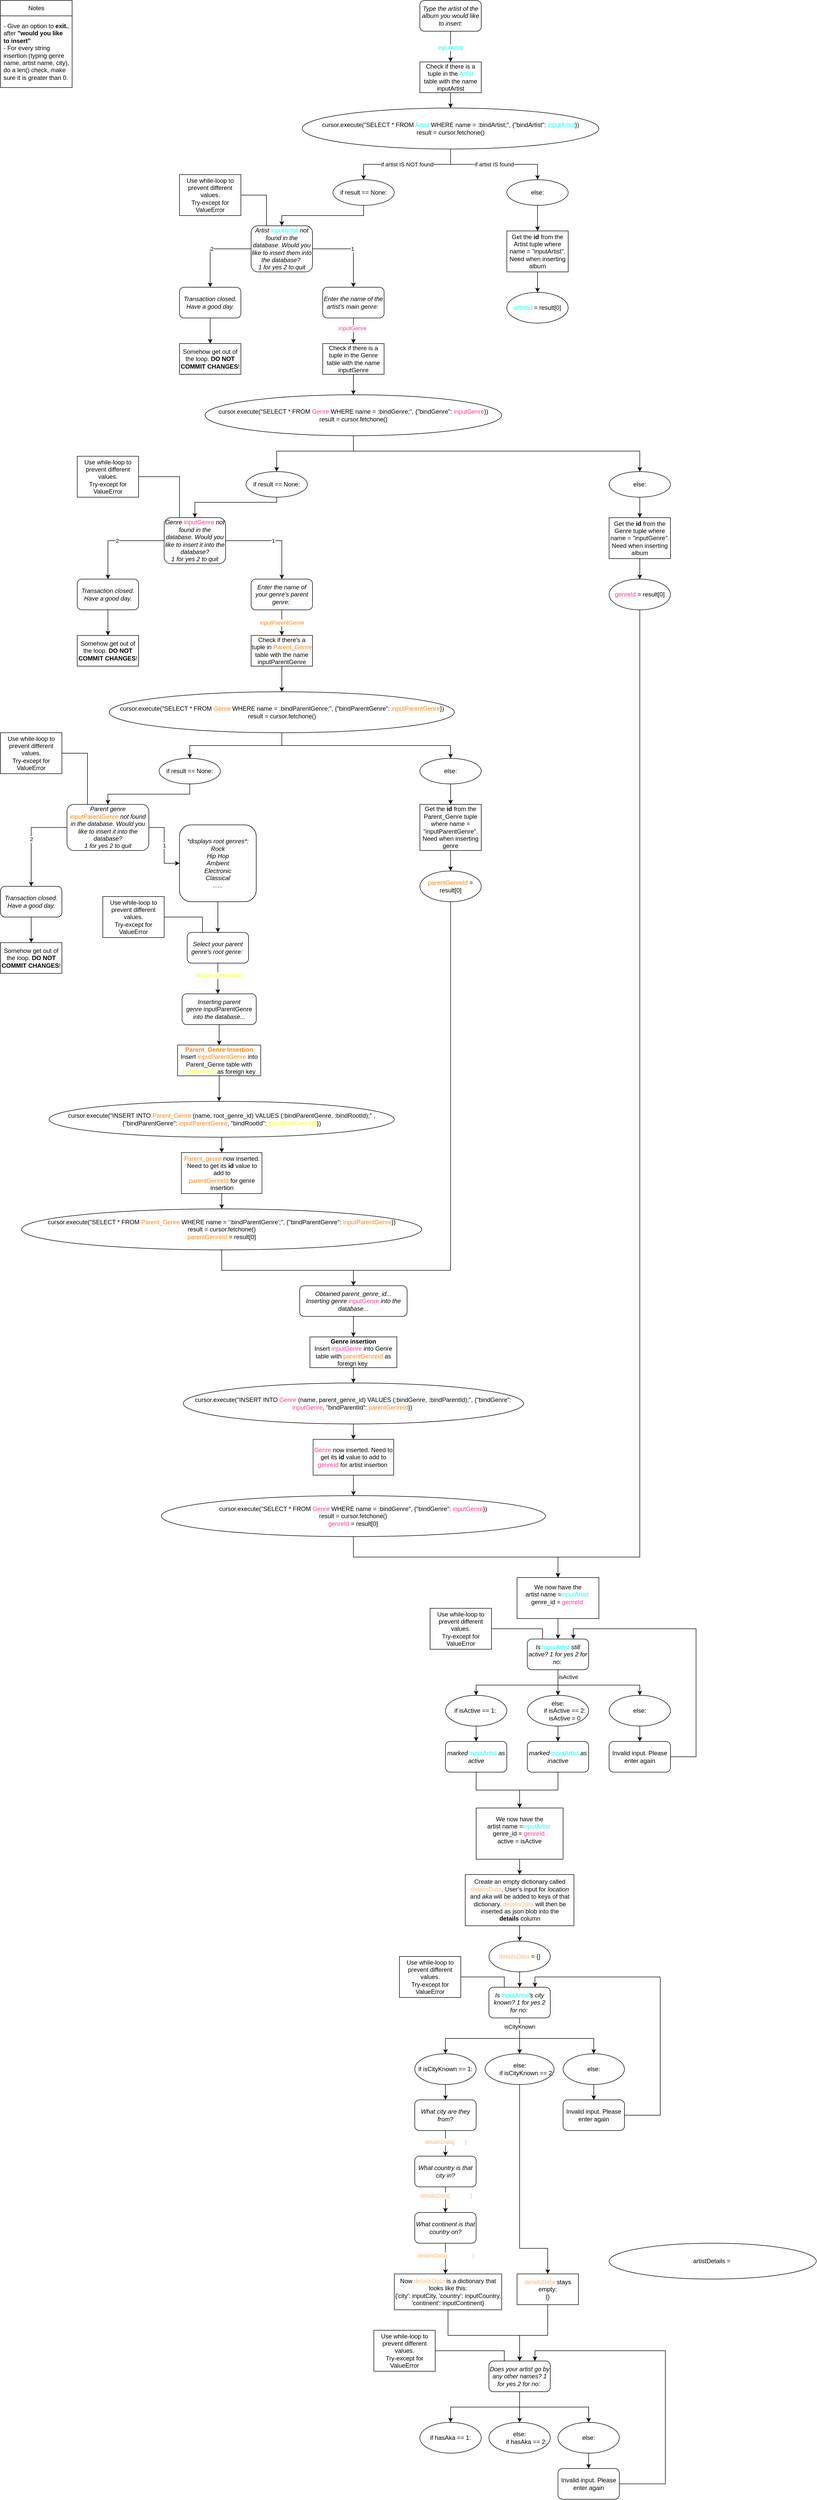
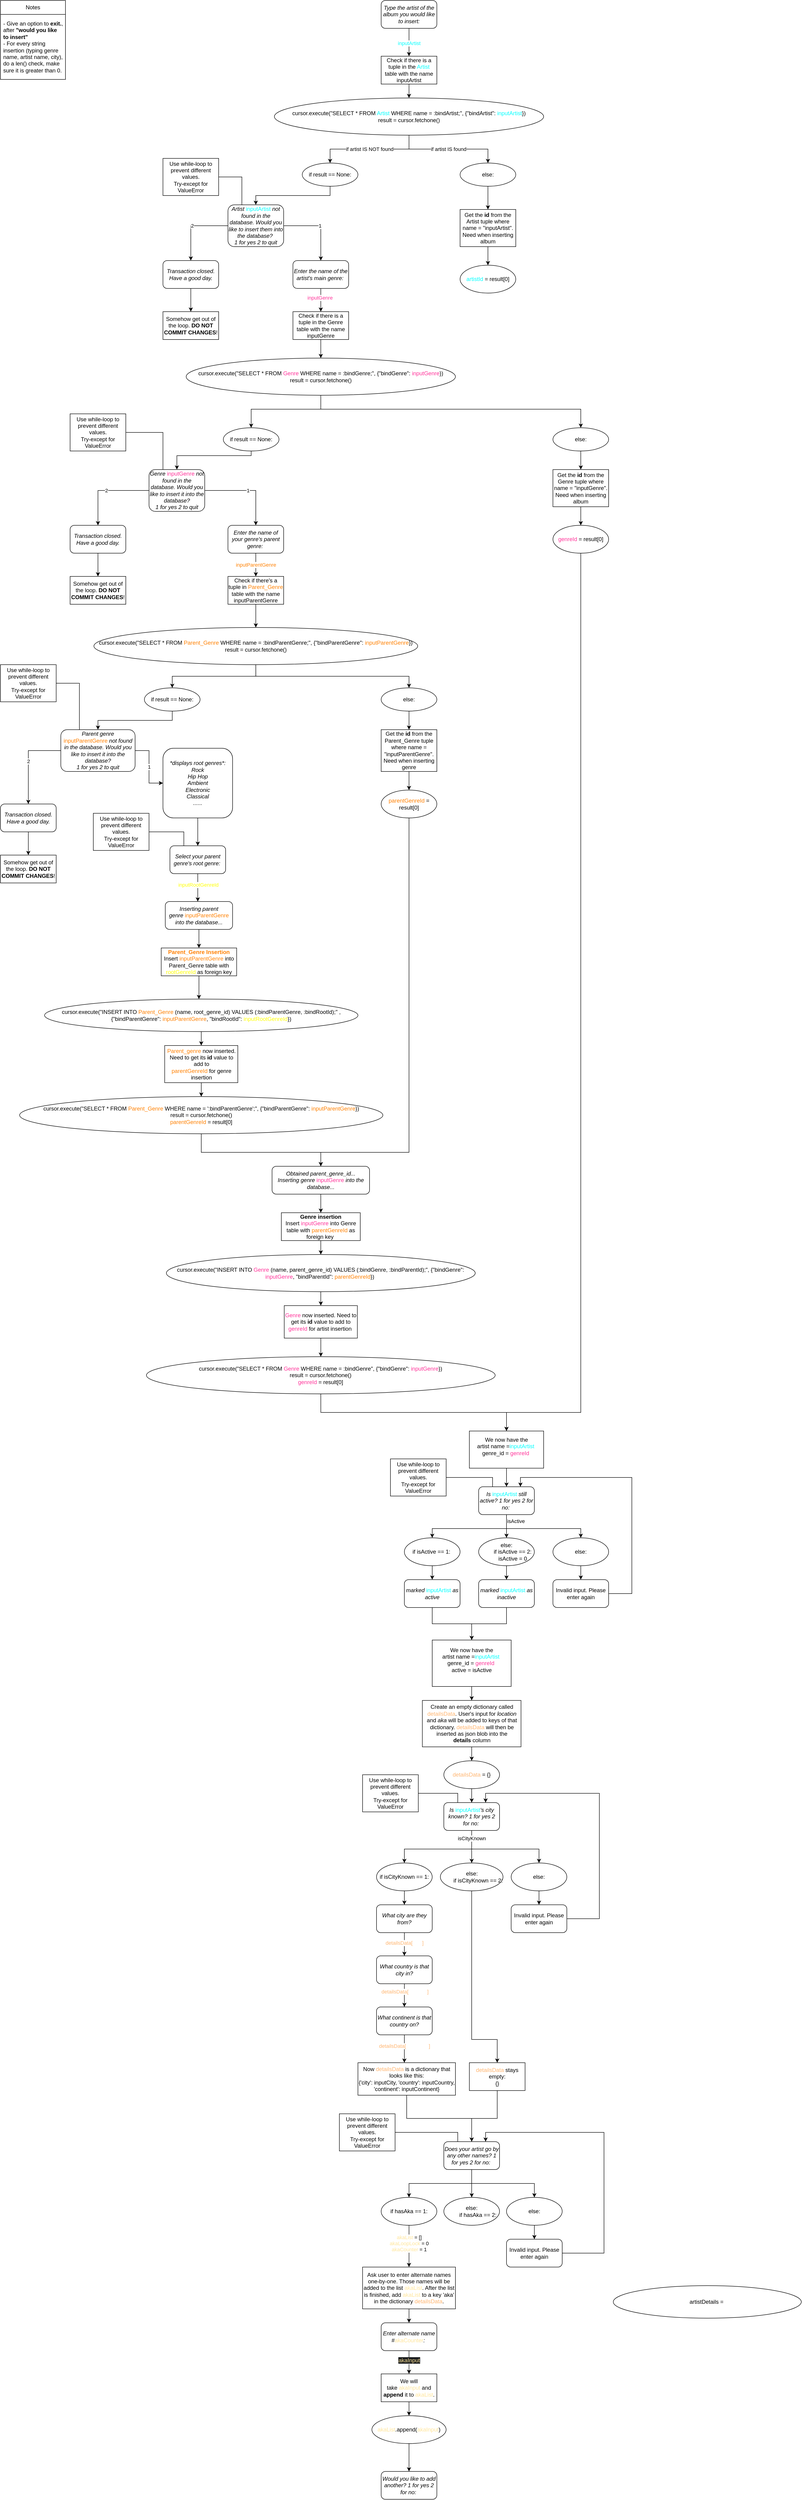
<mxfile host="Electron" agent="Mozilla/5.0 (Windows NT 10.0; Win64; x64) AppleWebKit/537.36 (KHTML, like Gecko) draw.io/29.3.6 Chrome/140.0.7339.249 Electron/38.8.0 Safari/537.36" version="29.3.6">
  <diagram name="Page-1" id="9aSEr8HFCkBT2hAoJ8n_">
-     <mxGraphModel dx="1240" dy="793" grid="1" gridSize="10" guides="1" tooltips="1" connect="1" arrows="1" fold="1" page="1" pageScale="1" pageWidth="3000" pageHeight="8000" math="0" shadow="0">
+     <mxGraphModel dx="1188" dy="701" grid="1" gridSize="10" guides="1" tooltips="1" connect="1" arrows="1" fold="1" page="1" pageScale="1" pageWidth="3000" pageHeight="8000" math="0" shadow="0">
      <root>
        <mxCell id="0" />
        <mxCell id="1" parent="0" />
        <mxCell id="xgELYtRN8pwQXO-F7E_u-6" edge="1" parent="1" style="edgeStyle=orthogonalEdgeStyle;rounded=0;orthogonalLoop=1;jettySize=auto;html=1;entryX=0.5;entryY=0;entryDx=0;entryDy=0;">
          <mxGeometry relative="1" as="geometry">
            <mxPoint x="990" y="90" as="sourcePoint" />
            <mxPoint x="990" y="150" as="targetPoint" />
          </mxGeometry>
        </mxCell>
        <mxCell id="xgELYtRN8pwQXO-F7E_u-7" connectable="0" parent="xgELYtRN8pwQXO-F7E_u-6" style="edgeLabel;html=1;align=center;verticalAlign=middle;resizable=0;points=[];" value="&lt;font style=&quot;color: rgb(0, 255, 255);&quot;&gt;inputArtist&lt;/font&gt;" vertex="1">
          <mxGeometry relative="1" x="0.06" as="geometry">
            <mxPoint as="offset" />
          </mxGeometry>
        </mxCell>
        <mxCell id="xgELYtRN8pwQXO-F7E_u-23" edge="1" parent="1" source="xgELYtRN8pwQXO-F7E_u-3" style="edgeStyle=orthogonalEdgeStyle;rounded=0;orthogonalLoop=1;jettySize=auto;html=1;entryX=0.5;entryY=0;entryDx=0;entryDy=0;" target="xgELYtRN8pwQXO-F7E_u-21">
          <mxGeometry relative="1" as="geometry" />
        </mxCell>
        <mxCell id="xgELYtRN8pwQXO-F7E_u-3" parent="1" style="rounded=0;whiteSpace=wrap;html=1;" value="Get the &lt;b style=&quot;&quot;&gt;id&lt;/b&gt;&amp;nbsp;from the Artist tuple where name = &quot;inputArtist&quot;. Need when inserting album" vertex="1">
          <mxGeometry height="80" width="120" x="1100" y="480" as="geometry" />
        </mxCell>
        <mxCell id="xgELYtRN8pwQXO-F7E_u-10" edge="1" parent="1" style="edgeStyle=orthogonalEdgeStyle;rounded=0;orthogonalLoop=1;jettySize=auto;html=1;entryX=0.5;entryY=0;entryDx=0;entryDy=0;" target="xgELYtRN8pwQXO-F7E_u-9">
          <mxGeometry relative="1" as="geometry">
            <mxPoint x="990" y="210" as="sourcePoint" />
          </mxGeometry>
        </mxCell>
        <mxCell id="xgELYtRN8pwQXO-F7E_u-18" edge="1" parent="1" source="xgELYtRN8pwQXO-F7E_u-9" style="edgeStyle=orthogonalEdgeStyle;rounded=0;orthogonalLoop=1;jettySize=auto;html=1;entryX=0.5;entryY=0;entryDx=0;entryDy=0;" target="xgELYtRN8pwQXO-F7E_u-16" value="if artist IS NOT found">
          <mxGeometry relative="1" as="geometry">
            <mxPoint as="offset" />
          </mxGeometry>
        </mxCell>
        <mxCell id="xgELYtRN8pwQXO-F7E_u-19" edge="1" parent="1" source="xgELYtRN8pwQXO-F7E_u-9" style="edgeStyle=orthogonalEdgeStyle;rounded=0;orthogonalLoop=1;jettySize=auto;html=1;entryX=0.5;entryY=0;entryDx=0;entryDy=0;" target="xgELYtRN8pwQXO-F7E_u-17" value="if artist IS found">
          <mxGeometry relative="1" as="geometry" />
        </mxCell>
        <mxCell id="xgELYtRN8pwQXO-F7E_u-9" parent="1" style="ellipse;whiteSpace=wrap;html=1;" value="cursor.execute(&quot;SELECT * FROM &lt;font style=&quot;color: rgb(0, 255, 255);&quot;&gt;Artist &lt;/font&gt;WHERE name = :bindArtist;&quot;, {&quot;bindArtist&quot;: &lt;font style=&quot;color: rgb(0, 255, 255);&quot;&gt;inputArtist&lt;/font&gt;})&lt;div&gt;result = cursor.fetchone()&lt;/div&gt;" vertex="1">
          <mxGeometry height="80" width="580" x="700" y="240" as="geometry" />
        </mxCell>
        <mxCell id="xgELYtRN8pwQXO-F7E_u-33" edge="1" parent="1" source="xgELYtRN8pwQXO-F7E_u-16" style="edgeStyle=orthogonalEdgeStyle;rounded=0;orthogonalLoop=1;jettySize=auto;html=1;" target="xgELYtRN8pwQXO-F7E_u-32">
          <mxGeometry relative="1" as="geometry">
            <Array as="points">
              <mxPoint x="820" y="450" />
              <mxPoint x="660" y="450" />
            </Array>
          </mxGeometry>
        </mxCell>
        <mxCell id="xgELYtRN8pwQXO-F7E_u-16" parent="1" style="ellipse;whiteSpace=wrap;html=1;" value="if result == None:" vertex="1">
          <mxGeometry height="50" width="120" x="760" y="380" as="geometry" />
        </mxCell>
        <mxCell id="xgELYtRN8pwQXO-F7E_u-22" edge="1" parent="1" source="xgELYtRN8pwQXO-F7E_u-17" style="edgeStyle=orthogonalEdgeStyle;rounded=0;orthogonalLoop=1;jettySize=auto;html=1;entryX=0.5;entryY=0;entryDx=0;entryDy=0;" target="xgELYtRN8pwQXO-F7E_u-3">
          <mxGeometry relative="1" as="geometry" />
        </mxCell>
        <mxCell id="xgELYtRN8pwQXO-F7E_u-17" parent="1" style="ellipse;whiteSpace=wrap;html=1;" value="else:" vertex="1">
          <mxGeometry height="50" width="120" x="1100" y="380" as="geometry" />
        </mxCell>
        <mxCell id="xgELYtRN8pwQXO-F7E_u-21" parent="1" style="ellipse;whiteSpace=wrap;html=1;" value="&lt;font style=&quot;color: rgb(0, 255, 255);&quot;&gt;artistId &lt;/font&gt;= result[0]" vertex="1">
          <mxGeometry height="60" width="120" x="1100" y="600" as="geometry" />
        </mxCell>
        <mxCell id="xgELYtRN8pwQXO-F7E_u-26" parent="1" style="swimlane;fontStyle=0;childLayout=stackLayout;horizontal=1;startSize=30;horizontalStack=0;resizeParent=1;resizeParentMax=0;resizeLast=0;collapsible=1;marginBottom=0;whiteSpace=wrap;html=1;" value="Notes" vertex="1">
          <mxGeometry height="170" width="140" x="110" y="30" as="geometry">
            <mxRectangle height="30" width="70" x="350" y="50" as="alternateBounds" />
          </mxGeometry>
        </mxCell>
        <mxCell id="xgELYtRN8pwQXO-F7E_u-27" parent="xgELYtRN8pwQXO-F7E_u-26" style="text;strokeColor=none;fillColor=none;align=left;verticalAlign=middle;spacingLeft=4;spacingRight=4;overflow=hidden;points=[[0,0.5],[1,0.5]];portConstraint=eastwest;rotatable=0;whiteSpace=wrap;html=1;" value="- Give an option to &lt;b&gt;exit.&lt;/b&gt;, after &lt;b&gt;&quot;would you like to insert&quot;&lt;/b&gt;&lt;div&gt;- For every string insertion (typing genre name, artist name, city), do a len() check, make sure it is greater than 0.&lt;/div&gt;" vertex="1">
          <mxGeometry height="140" width="140" y="30" as="geometry" />
        </mxCell>
        <mxCell id="xgELYtRN8pwQXO-F7E_u-30" parent="1" style="rounded=0;whiteSpace=wrap;html=1;" value="Check if there is a tuple in the &lt;font style=&quot;color: rgb(0, 255, 255);&quot;&gt;Artist &lt;/font&gt;table with the name inputArtist" vertex="1">
          <mxGeometry height="60" width="120" x="930" y="150" as="geometry" />
        </mxCell>
        <mxCell id="xgELYtRN8pwQXO-F7E_u-31" parent="1" style="rounded=1;whiteSpace=wrap;html=1;" value="&lt;i&gt;Type the artist of the album you would like to insert:&lt;/i&gt;" vertex="1">
          <mxGeometry height="60" width="120" x="930" y="30" as="geometry" />
        </mxCell>
        <mxCell id="xgELYtRN8pwQXO-F7E_u-37" edge="1" parent="1" source="xgELYtRN8pwQXO-F7E_u-32" style="edgeStyle=orthogonalEdgeStyle;rounded=0;orthogonalLoop=1;jettySize=auto;html=1;" target="xgELYtRN8pwQXO-F7E_u-36" value="2">
          <mxGeometry relative="1" as="geometry" />
        </mxCell>
        <mxCell id="xgELYtRN8pwQXO-F7E_u-44" edge="1" parent="1" source="xgELYtRN8pwQXO-F7E_u-32" style="edgeStyle=orthogonalEdgeStyle;rounded=0;orthogonalLoop=1;jettySize=auto;html=1;entryX=0.5;entryY=0;entryDx=0;entryDy=0;" target="xgELYtRN8pwQXO-F7E_u-43" value="1">
          <mxGeometry relative="1" as="geometry" />
        </mxCell>
        <mxCell id="xgELYtRN8pwQXO-F7E_u-32" parent="1" style="rounded=1;whiteSpace=wrap;html=1;" value="&lt;i&gt;Artist &lt;/i&gt;&lt;font style=&quot;color: rgb(0, 255, 255);&quot;&gt;inputArtist&lt;/font&gt;&lt;i&gt;&lt;font style=&quot;color: rgb(0, 255, 255);&quot;&gt;&amp;nbsp;&lt;/font&gt;not found in the database. Would you like to insert them into the database?&amp;nbsp;&lt;/i&gt;&lt;div&gt;&lt;i&gt;1 for yes 2 to quit&lt;/i&gt;&lt;/div&gt;" vertex="1">
          <mxGeometry height="90" width="120" x="600" y="470" as="geometry" />
        </mxCell>
        <mxCell id="xgELYtRN8pwQXO-F7E_u-42" edge="1" parent="1" source="xgELYtRN8pwQXO-F7E_u-36" style="edgeStyle=orthogonalEdgeStyle;rounded=0;orthogonalLoop=1;jettySize=auto;html=1;entryX=0.5;entryY=0;entryDx=0;entryDy=0;" target="xgELYtRN8pwQXO-F7E_u-41">
          <mxGeometry relative="1" as="geometry" />
        </mxCell>
        <mxCell id="xgELYtRN8pwQXO-F7E_u-36" parent="1" style="rounded=1;whiteSpace=wrap;html=1;" value="&lt;i&gt;Transaction closed. Have a good day.&lt;/i&gt;" vertex="1">
          <mxGeometry height="60" width="120" x="460" y="590" as="geometry" />
        </mxCell>
        <mxCell id="xgELYtRN8pwQXO-F7E_u-40" edge="1" parent="1" source="xgELYtRN8pwQXO-F7E_u-39" style="edgeStyle=orthogonalEdgeStyle;rounded=0;orthogonalLoop=1;jettySize=auto;html=1;entryX=0.25;entryY=0;entryDx=0;entryDy=0;endArrow=none;endFill=0;" target="xgELYtRN8pwQXO-F7E_u-32">
          <mxGeometry relative="1" as="geometry" />
        </mxCell>
        <mxCell id="xgELYtRN8pwQXO-F7E_u-39" parent="1" style="rounded=0;whiteSpace=wrap;html=1;" value="Use while-loop to prevent different values.&lt;div&gt;Try-except for ValueError&lt;/div&gt;" vertex="1">
          <mxGeometry height="80" width="120" x="460" y="370" as="geometry" />
        </mxCell>
        <mxCell id="xgELYtRN8pwQXO-F7E_u-41" parent="1" style="rounded=0;whiteSpace=wrap;html=1;" value="Somehow get out of the loop. &lt;b&gt;DO NOT COMMIT&lt;/b&gt;&amp;nbsp;&lt;b&gt;CHANGES&lt;/b&gt;!" vertex="1">
          <mxGeometry height="60" width="120" x="460" y="700" as="geometry" />
        </mxCell>
        <mxCell id="xgELYtRN8pwQXO-F7E_u-46" edge="1" parent="1" source="xgELYtRN8pwQXO-F7E_u-43" style="edgeStyle=orthogonalEdgeStyle;rounded=0;orthogonalLoop=1;jettySize=auto;html=1;entryX=0.5;entryY=0;entryDx=0;entryDy=0;" target="xgELYtRN8pwQXO-F7E_u-45">
          <mxGeometry relative="1" as="geometry" />
        </mxCell>
        <mxCell id="xgELYtRN8pwQXO-F7E_u-47" connectable="0" parent="xgELYtRN8pwQXO-F7E_u-46" style="edgeLabel;html=1;align=center;verticalAlign=middle;resizable=0;points=[];" value="&lt;font style=&quot;color: rgb(255, 51, 153);&quot;&gt;inputGenre&lt;/font&gt;" vertex="1">
          <mxGeometry relative="1" x="-0.2" y="-2" as="geometry">
            <mxPoint as="offset" />
          </mxGeometry>
        </mxCell>
        <mxCell id="xgELYtRN8pwQXO-F7E_u-43" parent="1" style="rounded=1;whiteSpace=wrap;html=1;" value="&lt;i&gt;Enter the name of the artist&#39;s main genre:&amp;nbsp;&lt;/i&gt;" vertex="1">
          <mxGeometry height="60" width="120" x="740" y="590" as="geometry" />
        </mxCell>
        <mxCell id="xgELYtRN8pwQXO-F7E_u-49" edge="1" parent="1" source="xgELYtRN8pwQXO-F7E_u-45" style="edgeStyle=orthogonalEdgeStyle;rounded=0;orthogonalLoop=1;jettySize=auto;html=1;entryX=0.5;entryY=0;entryDx=0;entryDy=0;" target="xgELYtRN8pwQXO-F7E_u-48">
          <mxGeometry relative="1" as="geometry" />
        </mxCell>
        <mxCell id="xgELYtRN8pwQXO-F7E_u-45" parent="1" style="rounded=0;whiteSpace=wrap;html=1;" value="Check if there is a tuple in the Genre table with the name inputGenre" vertex="1">
          <mxGeometry height="60" width="120" x="740" y="700" as="geometry" />
        </mxCell>
        <mxCell id="xgELYtRN8pwQXO-F7E_u-52" edge="1" parent="1" source="xgELYtRN8pwQXO-F7E_u-48" style="edgeStyle=orthogonalEdgeStyle;rounded=0;orthogonalLoop=1;jettySize=auto;html=1;entryX=0.5;entryY=0;entryDx=0;entryDy=0;" target="xgELYtRN8pwQXO-F7E_u-50">
          <mxGeometry relative="1" as="geometry">
            <Array as="points">
              <mxPoint x="800" y="910" />
              <mxPoint x="650" y="910" />
            </Array>
          </mxGeometry>
        </mxCell>
        <mxCell id="xgELYtRN8pwQXO-F7E_u-53" edge="1" parent="1" source="xgELYtRN8pwQXO-F7E_u-48" style="edgeStyle=orthogonalEdgeStyle;rounded=0;orthogonalLoop=1;jettySize=auto;html=1;entryX=0.5;entryY=0;entryDx=0;entryDy=0;" target="xgELYtRN8pwQXO-F7E_u-51">
          <mxGeometry relative="1" as="geometry">
            <Array as="points">
              <mxPoint x="800" y="910" />
              <mxPoint x="1360" y="910" />
            </Array>
          </mxGeometry>
        </mxCell>
        <mxCell id="xgELYtRN8pwQXO-F7E_u-48" parent="1" style="ellipse;whiteSpace=wrap;html=1;" value="cursor.execute(&quot;SELECT * FROM &lt;font style=&quot;color: rgb(255, 51, 153);&quot;&gt;Genre &lt;/font&gt;WHERE name = :bindGenre;&quot;, {&quot;bindGenre&quot;: &lt;font style=&quot;color: rgb(255, 51, 153);&quot;&gt;inputGenre&lt;/font&gt;})&lt;div&gt;result = cursor.fetchone()&lt;/div&gt;" vertex="1">
          <mxGeometry height="80" width="580" x="510" y="800" as="geometry" />
        </mxCell>
        <mxCell id="xgELYtRN8pwQXO-F7E_u-59" edge="1" parent="1" source="xgELYtRN8pwQXO-F7E_u-50" style="edgeStyle=orthogonalEdgeStyle;rounded=0;orthogonalLoop=1;jettySize=auto;html=1;entryX=0.5;entryY=0;entryDx=0;entryDy=0;" target="xgELYtRN8pwQXO-F7E_u-58">
          <mxGeometry relative="1" as="geometry">
            <Array as="points">
              <mxPoint x="650" y="1010" />
              <mxPoint x="490" y="1010" />
            </Array>
          </mxGeometry>
        </mxCell>
        <mxCell id="xgELYtRN8pwQXO-F7E_u-50" parent="1" style="ellipse;whiteSpace=wrap;html=1;" value="if result == None:" vertex="1">
          <mxGeometry height="50" width="120" x="590" y="950" as="geometry" />
        </mxCell>
        <mxCell id="xgELYtRN8pwQXO-F7E_u-55" edge="1" parent="1" source="xgELYtRN8pwQXO-F7E_u-51" style="edgeStyle=orthogonalEdgeStyle;rounded=0;orthogonalLoop=1;jettySize=auto;html=1;entryX=0.5;entryY=0;entryDx=0;entryDy=0;" target="xgELYtRN8pwQXO-F7E_u-54">
          <mxGeometry relative="1" as="geometry" />
        </mxCell>
        <mxCell id="xgELYtRN8pwQXO-F7E_u-51" parent="1" style="ellipse;whiteSpace=wrap;html=1;" value="else:" vertex="1">
          <mxGeometry height="50" width="120" x="1300" y="950" as="geometry" />
        </mxCell>
        <mxCell id="xgELYtRN8pwQXO-F7E_u-57" edge="1" parent="1" source="xgELYtRN8pwQXO-F7E_u-54" style="edgeStyle=orthogonalEdgeStyle;rounded=0;orthogonalLoop=1;jettySize=auto;html=1;entryX=0.5;entryY=0;entryDx=0;entryDy=0;" target="xgELYtRN8pwQXO-F7E_u-56">
          <mxGeometry relative="1" as="geometry" />
        </mxCell>
        <mxCell id="xgELYtRN8pwQXO-F7E_u-54" parent="1" style="rounded=0;whiteSpace=wrap;html=1;" value="Get the &lt;b style=&quot;&quot;&gt;id&lt;/b&gt;&amp;nbsp;from the Genre tuple where name = &quot;inputGenre&quot;. Need when inserting album" vertex="1">
          <mxGeometry height="80" width="120" x="1300" y="1040" as="geometry" />
        </mxCell>
        <mxCell id="xgELYtRN8pwQXO-F7E_u-134" edge="1" parent="1" source="xgELYtRN8pwQXO-F7E_u-56" style="edgeStyle=orthogonalEdgeStyle;rounded=0;orthogonalLoop=1;jettySize=auto;html=1;entryX=0.5;entryY=0;entryDx=0;entryDy=0;" target="xgELYtRN8pwQXO-F7E_u-129">
          <mxGeometry relative="1" as="geometry">
            <Array as="points">
              <mxPoint x="1360" y="3070" />
              <mxPoint x="1200" y="3070" />
            </Array>
          </mxGeometry>
        </mxCell>
        <mxCell id="xgELYtRN8pwQXO-F7E_u-56" parent="1" style="ellipse;whiteSpace=wrap;html=1;" value="&lt;font style=&quot;color: rgb(255, 51, 153);&quot;&gt;genreId&amp;nbsp;&lt;/font&gt;= result[0]" vertex="1">
          <mxGeometry height="60" width="120" x="1300" y="1160" as="geometry" />
        </mxCell>
        <mxCell id="xgELYtRN8pwQXO-F7E_u-63" edge="1" parent="1" source="xgELYtRN8pwQXO-F7E_u-58" style="edgeStyle=orthogonalEdgeStyle;rounded=0;orthogonalLoop=1;jettySize=auto;html=1;" target="xgELYtRN8pwQXO-F7E_u-61" value="2">
          <mxGeometry relative="1" as="geometry" />
        </mxCell>
        <mxCell id="xgELYtRN8pwQXO-F7E_u-65" edge="1" parent="1" source="xgELYtRN8pwQXO-F7E_u-58" style="edgeStyle=orthogonalEdgeStyle;rounded=0;orthogonalLoop=1;jettySize=auto;html=1;entryX=0.5;entryY=0;entryDx=0;entryDy=0;" target="xgELYtRN8pwQXO-F7E_u-64" value="1">
          <mxGeometry relative="1" as="geometry" />
        </mxCell>
        <mxCell id="xgELYtRN8pwQXO-F7E_u-58" parent="1" style="rounded=1;whiteSpace=wrap;html=1;" value="&lt;i&gt;Genre&amp;nbsp;&lt;/i&gt;&lt;font style=&quot;color: rgb(255, 51, 153);&quot;&gt;inputGenre&lt;/font&gt;&lt;i&gt;&lt;font style=&quot;color: rgb(255, 51, 153);&quot;&gt;&amp;nbsp;&lt;/font&gt;not found in the database. Would you like to insert it into the database?&lt;/i&gt;&lt;div&gt;&lt;i&gt;1 for yes 2 to quit&lt;/i&gt;&lt;/div&gt;" vertex="1">
          <mxGeometry height="90" width="120" x="430" y="1040" as="geometry" />
        </mxCell>
        <mxCell id="xgELYtRN8pwQXO-F7E_u-60" edge="1" parent="1" source="xgELYtRN8pwQXO-F7E_u-61" style="edgeStyle=orthogonalEdgeStyle;rounded=0;orthogonalLoop=1;jettySize=auto;html=1;entryX=0.5;entryY=0;entryDx=0;entryDy=0;" target="xgELYtRN8pwQXO-F7E_u-62">
          <mxGeometry relative="1" as="geometry" />
        </mxCell>
        <mxCell id="xgELYtRN8pwQXO-F7E_u-61" parent="1" style="rounded=1;whiteSpace=wrap;html=1;" value="&lt;i&gt;Transaction closed. Have a good day.&lt;/i&gt;" vertex="1">
          <mxGeometry height="60" width="120" x="260" y="1160" as="geometry" />
        </mxCell>
        <mxCell id="xgELYtRN8pwQXO-F7E_u-62" parent="1" style="rounded=0;whiteSpace=wrap;html=1;" value="Somehow get out of the loop. &lt;b&gt;DO NOT COMMIT&lt;/b&gt;&amp;nbsp;&lt;b&gt;CHANGES&lt;/b&gt;!" vertex="1">
          <mxGeometry height="60" width="120" x="260" y="1270" as="geometry" />
        </mxCell>
        <mxCell id="xgELYtRN8pwQXO-F7E_u-67" edge="1" parent="1" source="xgELYtRN8pwQXO-F7E_u-64" style="edgeStyle=orthogonalEdgeStyle;rounded=0;orthogonalLoop=1;jettySize=auto;html=1;entryX=0.5;entryY=0;entryDx=0;entryDy=0;" target="xgELYtRN8pwQXO-F7E_u-66" value="&lt;font style=&quot;color: rgb(255, 128, 0);&quot;&gt;inputParentGenre&lt;/font&gt;">
          <mxGeometry relative="1" as="geometry">
            <mxPoint as="offset" />
          </mxGeometry>
        </mxCell>
        <mxCell id="xgELYtRN8pwQXO-F7E_u-64" parent="1" style="rounded=1;whiteSpace=wrap;html=1;" value="&lt;i&gt;Enter the name of your genre&#39;s parent genre:&amp;nbsp;&lt;/i&gt;" vertex="1">
          <mxGeometry height="60" width="120" x="600" y="1160" as="geometry" />
        </mxCell>
        <mxCell id="xgELYtRN8pwQXO-F7E_u-72" edge="1" parent="1" source="xgELYtRN8pwQXO-F7E_u-66" style="edgeStyle=orthogonalEdgeStyle;rounded=0;orthogonalLoop=1;jettySize=auto;html=1;" target="xgELYtRN8pwQXO-F7E_u-71">
          <mxGeometry relative="1" as="geometry" />
        </mxCell>
        <mxCell id="xgELYtRN8pwQXO-F7E_u-66" parent="1" style="rounded=0;whiteSpace=wrap;html=1;" value="Check if there&#39;s a tuple in &lt;font style=&quot;color: rgb(255, 128, 0);&quot;&gt;Parent_Genre&lt;/font&gt; table with the name inputParentGenre" vertex="1">
          <mxGeometry height="60" width="120" x="600" y="1270" as="geometry" />
        </mxCell>
        <mxCell id="xgELYtRN8pwQXO-F7E_u-70" edge="1" parent="1" source="xgELYtRN8pwQXO-F7E_u-68" style="edgeStyle=orthogonalEdgeStyle;rounded=0;orthogonalLoop=1;jettySize=auto;html=1;entryX=0.25;entryY=0;entryDx=0;entryDy=0;endArrow=none;endFill=0;" target="xgELYtRN8pwQXO-F7E_u-58">
          <mxGeometry relative="1" as="geometry" />
        </mxCell>
        <mxCell id="xgELYtRN8pwQXO-F7E_u-68" parent="1" style="rounded=0;whiteSpace=wrap;html=1;" value="Use while-loop to prevent different values.&lt;div&gt;Try-except for ValueError&lt;/div&gt;" vertex="1">
          <mxGeometry height="80" width="120" x="260" y="920" as="geometry" />
        </mxCell>
        <mxCell id="xgELYtRN8pwQXO-F7E_u-74" edge="1" parent="1" source="xgELYtRN8pwQXO-F7E_u-71" style="edgeStyle=orthogonalEdgeStyle;rounded=0;orthogonalLoop=1;jettySize=auto;html=1;entryX=0.5;entryY=0;entryDx=0;entryDy=0;" target="xgELYtRN8pwQXO-F7E_u-73">
          <mxGeometry relative="1" as="geometry" />
        </mxCell>
        <mxCell id="xgELYtRN8pwQXO-F7E_u-76" edge="1" parent="1" source="xgELYtRN8pwQXO-F7E_u-71" style="edgeStyle=orthogonalEdgeStyle;rounded=0;orthogonalLoop=1;jettySize=auto;html=1;entryX=0.5;entryY=0;entryDx=0;entryDy=0;" target="xgELYtRN8pwQXO-F7E_u-75">
          <mxGeometry relative="1" as="geometry" />
        </mxCell>
-         <mxCell id="xgELYtRN8pwQXO-F7E_u-71" parent="1" style="ellipse;whiteSpace=wrap;html=1;" value="cursor.execute(&quot;SELECT * FROM &lt;font style=&quot;color: rgb(255, 128, 0);&quot;&gt;Genre &lt;/font&gt;WHERE name = :bindParentGenre;&quot;, {&quot;bindParentGenre&quot;: &lt;font style=&quot;color: rgb(255, 128, 0);&quot;&gt;inputParentGenre&lt;/font&gt;})&lt;div&gt;result = cursor.fetchone()&lt;/div&gt;" vertex="1">
-           <mxGeometry height="80" width="675" x="322.5" y="1380" as="geometry" />
+         <mxCell id="xgELYtRN8pwQXO-F7E_u-71" parent="1" style="ellipse;whiteSpace=wrap;html=1;" value="cursor.execute(&quot;SELECT * FROM &lt;font style=&quot;color: rgb(255, 128, 0);&quot;&gt;Parent_Genre &lt;/font&gt;WHERE name = :bindParentGenre;&quot;, {&quot;bindParentGenre&quot;: &lt;font style=&quot;color: rgb(255, 128, 0);&quot;&gt;inputParentGenre&lt;/font&gt;})&lt;div&gt;result = cursor.fetchone()&lt;/div&gt;" vertex="1">
+           <mxGeometry height="80" width="697.5" x="311.25" y="1380" as="geometry" />
        </mxCell>
        <mxCell id="xgELYtRN8pwQXO-F7E_u-82" edge="1" parent="1" source="xgELYtRN8pwQXO-F7E_u-73" style="edgeStyle=orthogonalEdgeStyle;rounded=0;orthogonalLoop=1;jettySize=auto;html=1;" target="xgELYtRN8pwQXO-F7E_u-81">
          <mxGeometry relative="1" as="geometry">
            <Array as="points">
              <mxPoint x="480" y="1580" />
              <mxPoint x="320" y="1580" />
            </Array>
          </mxGeometry>
        </mxCell>
        <mxCell id="xgELYtRN8pwQXO-F7E_u-73" parent="1" style="ellipse;whiteSpace=wrap;html=1;" value="if result == None:" vertex="1">
          <mxGeometry height="50" width="120" x="420" y="1510" as="geometry" />
        </mxCell>
        <mxCell id="xgELYtRN8pwQXO-F7E_u-78" edge="1" parent="1" source="xgELYtRN8pwQXO-F7E_u-75" style="edgeStyle=orthogonalEdgeStyle;rounded=0;orthogonalLoop=1;jettySize=auto;html=1;" target="xgELYtRN8pwQXO-F7E_u-77">
          <mxGeometry relative="1" as="geometry" />
        </mxCell>
        <mxCell id="xgELYtRN8pwQXO-F7E_u-75" parent="1" style="ellipse;whiteSpace=wrap;html=1;" value="else:" vertex="1">
          <mxGeometry height="50" width="120" x="930" y="1510" as="geometry" />
        </mxCell>
        <mxCell id="xgELYtRN8pwQXO-F7E_u-80" edge="1" parent="1" source="xgELYtRN8pwQXO-F7E_u-77" style="edgeStyle=orthogonalEdgeStyle;rounded=0;orthogonalLoop=1;jettySize=auto;html=1;entryX=0.5;entryY=0;entryDx=0;entryDy=0;" target="xgELYtRN8pwQXO-F7E_u-79">
          <mxGeometry relative="1" as="geometry" />
        </mxCell>
        <mxCell id="xgELYtRN8pwQXO-F7E_u-77" parent="1" style="rounded=0;whiteSpace=wrap;html=1;" value="Get the &lt;b style=&quot;&quot;&gt;id&lt;/b&gt;&amp;nbsp;from the Parent_Genre tuple where name = &quot;inputParentGenre&quot;. Need when inserting genre" vertex="1">
          <mxGeometry height="90" width="120" x="930" y="1600" as="geometry" />
        </mxCell>
        <mxCell id="xgELYtRN8pwQXO-F7E_u-117" edge="1" parent="1" source="xgELYtRN8pwQXO-F7E_u-79" style="edgeStyle=orthogonalEdgeStyle;rounded=0;orthogonalLoop=1;jettySize=auto;html=1;" target="xgELYtRN8pwQXO-F7E_u-116">
          <mxGeometry relative="1" as="geometry">
            <Array as="points">
              <mxPoint x="990" y="2510" />
              <mxPoint x="800" y="2510" />
            </Array>
          </mxGeometry>
        </mxCell>
        <mxCell id="xgELYtRN8pwQXO-F7E_u-79" parent="1" style="ellipse;whiteSpace=wrap;html=1;" value="&lt;font style=&quot;color: rgb(255, 128, 0);&quot;&gt;parentGenreId&amp;nbsp;&lt;/font&gt;= result[0]" vertex="1">
          <mxGeometry height="60" width="120" x="930" y="1730" as="geometry" />
        </mxCell>
        <mxCell id="xgELYtRN8pwQXO-F7E_u-84" edge="1" parent="1" source="xgELYtRN8pwQXO-F7E_u-81" style="edgeStyle=orthogonalEdgeStyle;rounded=0;orthogonalLoop=1;jettySize=auto;html=1;entryX=0.5;entryY=0;entryDx=0;entryDy=0;" target="xgELYtRN8pwQXO-F7E_u-83" value="2">
          <mxGeometry relative="1" as="geometry" />
        </mxCell>
        <mxCell id="xgELYtRN8pwQXO-F7E_u-90" edge="1" parent="1" source="xgELYtRN8pwQXO-F7E_u-81" style="edgeStyle=orthogonalEdgeStyle;rounded=0;orthogonalLoop=1;jettySize=auto;html=1;" target="xgELYtRN8pwQXO-F7E_u-89" value="1">
          <mxGeometry relative="1" as="geometry" />
        </mxCell>
        <mxCell id="xgELYtRN8pwQXO-F7E_u-81" parent="1" style="rounded=1;whiteSpace=wrap;html=1;" value="&lt;i&gt;Parent genre &lt;/i&gt;&lt;font style=&quot;color: rgb(255, 128, 0);&quot;&gt;inputParentGenre&lt;/font&gt;&lt;i&gt;&lt;font style=&quot;color: rgb(255, 128, 0);&quot;&gt;&amp;nbsp;&lt;/font&gt;not found in the database. Would you like to insert it into the database?&lt;/i&gt;&lt;div&gt;&lt;i&gt;1 for yes 2 to quit&lt;/i&gt;&lt;/div&gt;" vertex="1">
          <mxGeometry height="90" width="160" x="240" y="1600" as="geometry" />
        </mxCell>
        <mxCell id="xgELYtRN8pwQXO-F7E_u-86" edge="1" parent="1" source="xgELYtRN8pwQXO-F7E_u-83" style="edgeStyle=orthogonalEdgeStyle;rounded=0;orthogonalLoop=1;jettySize=auto;html=1;entryX=0.5;entryY=0;entryDx=0;entryDy=0;" target="xgELYtRN8pwQXO-F7E_u-85">
          <mxGeometry relative="1" as="geometry" />
        </mxCell>
        <mxCell id="xgELYtRN8pwQXO-F7E_u-83" parent="1" style="rounded=1;whiteSpace=wrap;html=1;" value="&lt;i&gt;Transaction closed. Have a good day.&lt;/i&gt;" vertex="1">
          <mxGeometry height="60" width="120" x="110" y="1760" as="geometry" />
        </mxCell>
        <mxCell id="xgELYtRN8pwQXO-F7E_u-85" parent="1" style="rounded=0;whiteSpace=wrap;html=1;" value="Somehow get out of the loop. &lt;b&gt;DO NOT COMMIT&lt;/b&gt;&amp;nbsp;&lt;b&gt;CHANGES&lt;/b&gt;!" vertex="1">
          <mxGeometry height="60" width="120" x="110" y="1870" as="geometry" />
        </mxCell>
        <mxCell id="xgELYtRN8pwQXO-F7E_u-88" edge="1" parent="1" source="xgELYtRN8pwQXO-F7E_u-87" style="edgeStyle=orthogonalEdgeStyle;rounded=0;orthogonalLoop=1;jettySize=auto;html=1;entryX=0.25;entryY=0;entryDx=0;entryDy=0;endArrow=none;endFill=0;" target="xgELYtRN8pwQXO-F7E_u-81">
          <mxGeometry relative="1" as="geometry" />
        </mxCell>
        <mxCell id="xgELYtRN8pwQXO-F7E_u-87" parent="1" style="rounded=0;whiteSpace=wrap;html=1;" value="Use while-loop to prevent different values.&lt;div&gt;Try-except for ValueError&lt;/div&gt;" vertex="1">
          <mxGeometry height="80" width="120" x="110" y="1460" as="geometry" />
        </mxCell>
        <mxCell id="xgELYtRN8pwQXO-F7E_u-93" edge="1" parent="1" source="xgELYtRN8pwQXO-F7E_u-89" style="edgeStyle=orthogonalEdgeStyle;rounded=0;orthogonalLoop=1;jettySize=auto;html=1;entryX=0.5;entryY=0;entryDx=0;entryDy=0;" target="xgELYtRN8pwQXO-F7E_u-92">
          <mxGeometry relative="1" as="geometry" />
        </mxCell>
        <mxCell id="xgELYtRN8pwQXO-F7E_u-89" parent="1" style="rounded=1;whiteSpace=wrap;html=1;" value="&lt;i&gt;*displays root genres*:&lt;/i&gt;&lt;div&gt;&lt;i&gt;Rock&lt;/i&gt;&lt;/div&gt;&lt;div&gt;&lt;i&gt;Hip Hop&lt;/i&gt;&lt;/div&gt;&lt;div&gt;&lt;i&gt;Ambient&lt;/i&gt;&lt;/div&gt;&lt;div&gt;&lt;i&gt;Electronic&lt;/i&gt;&lt;/div&gt;&lt;div&gt;&lt;i&gt;Classical&lt;/i&gt;&lt;/div&gt;&lt;div&gt;&lt;i&gt;......&lt;/i&gt;&lt;/div&gt;" vertex="1">
          <mxGeometry height="150" width="150" x="460" y="1640" as="geometry" />
        </mxCell>
        <mxCell id="xgELYtRN8pwQXO-F7E_u-97" edge="1" parent="1" source="xgELYtRN8pwQXO-F7E_u-92" style="edgeStyle=orthogonalEdgeStyle;rounded=0;orthogonalLoop=1;jettySize=auto;html=1;entryX=0.5;entryY=0;entryDx=0;entryDy=0;">
          <mxGeometry relative="1" as="geometry">
            <mxPoint x="535" y="1970" as="targetPoint" />
          </mxGeometry>
        </mxCell>
        <mxCell id="xgELYtRN8pwQXO-F7E_u-98" connectable="0" parent="xgELYtRN8pwQXO-F7E_u-97" style="edgeLabel;html=1;align=center;verticalAlign=middle;resizable=0;points=[];" value="&lt;font style=&quot;color: rgb(255, 255, 0);&quot;&gt;inputRootGenreId&lt;/font&gt;" vertex="1">
          <mxGeometry relative="1" x="-0.2" y="1" as="geometry">
            <mxPoint as="offset" />
          </mxGeometry>
        </mxCell>
        <mxCell id="xgELYtRN8pwQXO-F7E_u-92" parent="1" style="rounded=1;whiteSpace=wrap;html=1;" value="&lt;i&gt;Select your parent genre&#39;s root genre:&amp;nbsp;&lt;/i&gt;" vertex="1">
          <mxGeometry height="60" width="120" x="475" y="1850" as="geometry" />
        </mxCell>
        <mxCell id="xgELYtRN8pwQXO-F7E_u-128" edge="1" parent="1" source="xgELYtRN8pwQXO-F7E_u-99" style="edgeStyle=orthogonalEdgeStyle;rounded=0;orthogonalLoop=1;jettySize=auto;html=1;entryX=0.25;entryY=0;entryDx=0;entryDy=0;endArrow=none;endFill=0;" target="xgELYtRN8pwQXO-F7E_u-92">
          <mxGeometry relative="1" as="geometry" />
        </mxCell>
        <mxCell id="xgELYtRN8pwQXO-F7E_u-99" parent="1" style="rounded=0;whiteSpace=wrap;html=1;" value="Use while-loop to prevent different values.&lt;div&gt;Try-except for ValueError&lt;/div&gt;" vertex="1">
          <mxGeometry height="80" width="120" x="310" y="1780" as="geometry" />
        </mxCell>
        <mxCell id="xgELYtRN8pwQXO-F7E_u-107" edge="1" parent="1" source="xgELYtRN8pwQXO-F7E_u-101" style="edgeStyle=orthogonalEdgeStyle;rounded=0;orthogonalLoop=1;jettySize=auto;html=1;" target="xgELYtRN8pwQXO-F7E_u-104">
          <mxGeometry relative="1" as="geometry" />
        </mxCell>
-         <mxCell id="xgELYtRN8pwQXO-F7E_u-101" parent="1" style="rounded=1;whiteSpace=wrap;html=1;" value="&lt;i&gt;Inserting parent genre&lt;/i&gt;&amp;nbsp;inputParentGenre &lt;i&gt;into the database...&lt;/i&gt;" vertex="1">
+         <mxCell id="xgELYtRN8pwQXO-F7E_u-101" parent="1" style="rounded=1;whiteSpace=wrap;html=1;" value="&lt;i&gt;Inserting parent genre&lt;/i&gt;&amp;nbsp;&lt;font style=&quot;color: rgb(255, 128, 0);&quot;&gt;inputParentGenre &lt;/font&gt;&lt;i&gt;into the database...&lt;/i&gt;" vertex="1">
          <mxGeometry height="60" width="145" x="465" y="1970" as="geometry" />
        </mxCell>
        <mxCell id="xgELYtRN8pwQXO-F7E_u-109" edge="1" parent="1" source="xgELYtRN8pwQXO-F7E_u-104" style="edgeStyle=orthogonalEdgeStyle;rounded=0;orthogonalLoop=1;jettySize=auto;html=1;">
          <mxGeometry relative="1" as="geometry">
            <mxPoint x="537.5" y="2180" as="targetPoint" />
          </mxGeometry>
        </mxCell>
        <mxCell id="xgELYtRN8pwQXO-F7E_u-104" parent="1" style="rounded=0;whiteSpace=wrap;html=1;" value="&lt;b&gt;&lt;font style=&quot;color: rgb(255, 128, 0);&quot;&gt;Parent_Genre Insertion&lt;/font&gt;&lt;/b&gt;&lt;div&gt;Insert &lt;font style=&quot;color: rgb(255, 128, 0);&quot;&gt;inputParentGenre &lt;/font&gt;into Parent_Genre table with &lt;font style=&quot;color: rgb(255, 255, 0);&quot;&gt;rootGenreId &lt;/font&gt;as foreign key&lt;/div&gt;" vertex="1">
          <mxGeometry height="60" width="162.5" x="456.25" y="2070" as="geometry" />
        </mxCell>
        <mxCell id="xgELYtRN8pwQXO-F7E_u-113" edge="1" parent="1" source="xgELYtRN8pwQXO-F7E_u-108" style="edgeStyle=orthogonalEdgeStyle;rounded=0;orthogonalLoop=1;jettySize=auto;html=1;entryX=0.5;entryY=0;entryDx=0;entryDy=0;" target="xgELYtRN8pwQXO-F7E_u-110">
          <mxGeometry relative="1" as="geometry" />
        </mxCell>
        <mxCell id="xgELYtRN8pwQXO-F7E_u-108" parent="1" style="ellipse;whiteSpace=wrap;html=1;" value="cursor.execute(&quot;INSERT INTO &lt;font style=&quot;color: rgb(255, 128, 0);&quot;&gt;Parent_Genre&lt;/font&gt;&amp;nbsp;(name, root_genre_id) VALUES (:bindParentGenre, :bindRootId);&quot; ,{&quot;bindParentGenre&quot;: &lt;font style=&quot;color: rgb(255, 128, 0);&quot;&gt;inputParentGenre&lt;/font&gt;, &quot;bindRootId&quot;: &lt;font style=&quot;color: rgb(255, 255, 0);&quot;&gt;inputRootGenreId&lt;/font&gt;})" vertex="1">
          <mxGeometry height="70" width="675" x="205" y="2180" as="geometry" />
        </mxCell>
        <mxCell id="xgELYtRN8pwQXO-F7E_u-115" edge="1" parent="1" source="xgELYtRN8pwQXO-F7E_u-110" style="edgeStyle=orthogonalEdgeStyle;rounded=0;orthogonalLoop=1;jettySize=auto;html=1;entryX=0.5;entryY=0;entryDx=0;entryDy=0;" target="xgELYtRN8pwQXO-F7E_u-114">
          <mxGeometry relative="1" as="geometry" />
        </mxCell>
        <mxCell id="xgELYtRN8pwQXO-F7E_u-110" parent="1" style="rounded=0;whiteSpace=wrap;html=1;" value="&lt;font style=&quot;color: rgb(255, 128, 0);&quot;&gt;Parent_genre&lt;/font&gt; now inserted. Need to get its &lt;b&gt;id&lt;/b&gt;&amp;nbsp;value to add to&lt;br&gt;&lt;div&gt;&lt;span style=&quot;color: rgb(255, 128, 0); background-color: transparent;&quot;&gt;parentGenreId&lt;/span&gt;&amp;nbsp;&lt;span style=&quot;background-color: transparent; color: light-dark(rgb(0, 0, 0), rgb(255, 255, 255));&quot;&gt;for &lt;/span&gt;&lt;span style=&quot;background-color: transparent;&quot;&gt;&lt;font style=&quot;color: light-dark(rgb(0, 0, 0), rgb(255, 51, 153));&quot;&gt;genre insertion&lt;/font&gt;&lt;/span&gt;&lt;/div&gt;" vertex="1">
          <mxGeometry height="80" width="157.5" x="463.75" y="2280" as="geometry" />
        </mxCell>
        <mxCell id="xgELYtRN8pwQXO-F7E_u-118" edge="1" parent="1" source="xgELYtRN8pwQXO-F7E_u-114" style="edgeStyle=orthogonalEdgeStyle;rounded=0;orthogonalLoop=1;jettySize=auto;html=1;">
          <mxGeometry relative="1" as="geometry">
            <Array as="points">
              <mxPoint x="543" y="2510" />
              <mxPoint x="800" y="2510" />
            </Array>
            <mxPoint x="800" y="2540" as="targetPoint" />
          </mxGeometry>
        </mxCell>
        <mxCell id="xgELYtRN8pwQXO-F7E_u-114" parent="1" style="ellipse;whiteSpace=wrap;html=1;" value="cursor.execute(&quot;SELECT * FROM&amp;nbsp;&lt;span style=&quot;color: rgb(255, 128, 0);&quot;&gt;Parent_Genre&lt;/span&gt;&amp;nbsp;WHERE name = &#39;:bindParentGenre&#39;;&quot;, {&quot;bindParentGenre&quot;:&amp;nbsp;&lt;span style=&quot;color: rgb(255, 128, 0);&quot;&gt;inputParentGenre&lt;/span&gt;})&lt;div&gt;result = cursor.fetchone()&lt;/div&gt;&lt;div&gt;&lt;span style=&quot;background-color: transparent; color: rgb(255, 128, 0);&quot;&gt;parentGenreId&lt;/span&gt;&amp;nbsp;= result[0]&lt;/div&gt;" vertex="1">
          <mxGeometry height="80" width="782.5" x="151.25" y="2390" as="geometry" />
        </mxCell>
        <mxCell id="xgELYtRN8pwQXO-F7E_u-121" edge="1" parent="1" source="xgELYtRN8pwQXO-F7E_u-116" style="edgeStyle=orthogonalEdgeStyle;rounded=0;orthogonalLoop=1;jettySize=auto;html=1;entryX=0.5;entryY=0;entryDx=0;entryDy=0;" target="xgELYtRN8pwQXO-F7E_u-120">
          <mxGeometry relative="1" as="geometry" />
        </mxCell>
        <mxCell id="xgELYtRN8pwQXO-F7E_u-116" parent="1" style="rounded=1;whiteSpace=wrap;html=1;" value="&lt;i&gt;Obtained parent_genre_id...&lt;/i&gt;&lt;div&gt;&lt;i&gt;Inserting genre&lt;/i&gt;&amp;nbsp;&lt;font style=&quot;color: rgb(255, 51, 153);&quot;&gt;inputGenre &lt;/font&gt;&lt;i&gt;into the database...&lt;/i&gt;&lt;/div&gt;" vertex="1">
          <mxGeometry height="60" width="210" x="695" y="2540" as="geometry" />
        </mxCell>
        <mxCell id="xgELYtRN8pwQXO-F7E_u-123" edge="1" parent="1" source="xgELYtRN8pwQXO-F7E_u-120" style="edgeStyle=orthogonalEdgeStyle;rounded=0;orthogonalLoop=1;jettySize=auto;html=1;" target="xgELYtRN8pwQXO-F7E_u-122">
          <mxGeometry relative="1" as="geometry" />
        </mxCell>
        <mxCell id="xgELYtRN8pwQXO-F7E_u-120" parent="1" style="rounded=0;whiteSpace=wrap;html=1;" value="&lt;b&gt;&lt;font style=&quot;color: light-dark(rgb(0, 0, 0), rgb(255, 51, 153));&quot;&gt;Genre insertion&lt;/font&gt;&lt;/b&gt;&lt;div&gt;Insert&amp;nbsp;&lt;span style=&quot;color: rgb(255, 51, 153); background-color: transparent;&quot;&gt;inputGenre&lt;/span&gt;&lt;span style=&quot;color: rgb(255, 51, 153); background-color: transparent;&quot;&gt;&amp;nbsp;&lt;/span&gt;&lt;span style=&quot;background-color: transparent; color: light-dark(rgb(0, 0, 0), rgb(255, 255, 255));&quot;&gt;into Genre table with&amp;nbsp;&lt;/span&gt;&lt;span style=&quot;background-color: transparent; color: rgb(255, 128, 0);&quot;&gt;parentGenreId&lt;/span&gt;&lt;span style=&quot;background-color: transparent; color: light-dark(rgb(0, 0, 0), rgb(255, 255, 255));&quot;&gt;&amp;nbsp;as foreign key&lt;/span&gt;&lt;span style=&quot;background-color: transparent; color: light-dark(rgb(0, 0, 0), rgb(255, 255, 255));&quot;&gt;&amp;nbsp;&lt;/span&gt;&lt;/div&gt;" vertex="1">
          <mxGeometry height="60" width="170" x="715" y="2640" as="geometry" />
        </mxCell>
        <mxCell id="xgELYtRN8pwQXO-F7E_u-125" edge="1" parent="1" source="xgELYtRN8pwQXO-F7E_u-122" style="edgeStyle=orthogonalEdgeStyle;rounded=0;orthogonalLoop=1;jettySize=auto;html=1;" target="xgELYtRN8pwQXO-F7E_u-124">
          <mxGeometry relative="1" as="geometry" />
        </mxCell>
        <mxCell id="xgELYtRN8pwQXO-F7E_u-122" parent="1" style="ellipse;whiteSpace=wrap;html=1;" value="cursor.execute(&quot;INSERT INTO &lt;font style=&quot;color: rgb(255, 51, 153);&quot;&gt;Genre &lt;/font&gt;(name, parent_genre_id) VALUES&amp;nbsp;(:bindGenre, :bindParentId);&quot;, {&quot;bindGenre&quot;: &lt;font style=&quot;color: rgb(255, 51, 153);&quot;&gt;inputGenre&lt;/font&gt;, &quot;bindParentId&quot;: &lt;font style=&quot;color: rgb(255, 128, 0);&quot;&gt;parentGenreId&lt;/font&gt;})&amp;nbsp;" vertex="1">
          <mxGeometry height="80" width="665.31" x="467.34000000000003" y="2730" as="geometry" />
        </mxCell>
        <mxCell id="xgELYtRN8pwQXO-F7E_u-127" edge="1" parent="1" source="xgELYtRN8pwQXO-F7E_u-124" style="edgeStyle=orthogonalEdgeStyle;rounded=0;orthogonalLoop=1;jettySize=auto;html=1;entryX=0.5;entryY=0;entryDx=0;entryDy=0;" target="xgELYtRN8pwQXO-F7E_u-126">
          <mxGeometry relative="1" as="geometry" />
        </mxCell>
        <mxCell id="xgELYtRN8pwQXO-F7E_u-124" parent="1" style="rounded=0;whiteSpace=wrap;html=1;" value="&lt;font style=&quot;color: rgb(255, 51, 153);&quot;&gt;&lt;font&gt;Genre&lt;/font&gt; &lt;/font&gt;now inserted. Need to get its &lt;b&gt;id&lt;/b&gt;&amp;nbsp;value to add to&lt;br&gt;&lt;div&gt;&lt;span style=&quot;color: rgb(255, 51, 153);&quot;&gt;genreId&amp;nbsp;&lt;/span&gt;&lt;span style=&quot;background-color: transparent; color: light-dark(rgb(0, 0, 0), rgb(255, 255, 255));&quot;&gt;for &lt;/span&gt;&lt;span style=&quot;background-color: transparent;&quot;&gt;&lt;font style=&quot;color: light-dark(rgb(0, 0, 0), rgb(0, 255, 255));&quot;&gt;artist insertion&lt;/font&gt;&lt;/span&gt;&lt;span style=&quot;background-color: transparent; color: light-dark(rgb(0, 0, 0), rgb(255, 255, 255));&quot;&gt;&amp;nbsp;&lt;/span&gt;&lt;/div&gt;" vertex="1">
          <mxGeometry height="70" width="157.5" x="721.25" y="2840" as="geometry" />
        </mxCell>
        <mxCell id="xgELYtRN8pwQXO-F7E_u-133" edge="1" parent="1" source="xgELYtRN8pwQXO-F7E_u-126" style="edgeStyle=orthogonalEdgeStyle;rounded=0;orthogonalLoop=1;jettySize=auto;html=1;" target="xgELYtRN8pwQXO-F7E_u-129">
          <mxGeometry relative="1" as="geometry" />
        </mxCell>
        <mxCell id="xgELYtRN8pwQXO-F7E_u-126" parent="1" style="ellipse;whiteSpace=wrap;html=1;" value="cursor.execute(&quot;SELECT * FROM &lt;font style=&quot;color: rgb(255, 51, 153);&quot;&gt;Genre &lt;/font&gt;WHERE name = :bindGenre&quot;, {&quot;bindGenre&quot;: &lt;font style=&quot;color: rgb(255, 51, 153);&quot;&gt;inputGenre&lt;/font&gt;})&lt;div&gt;result = cursor.fetchone()&lt;/div&gt;&lt;div&gt;&lt;font style=&quot;color: rgb(255, 51, 153);&quot;&gt;genreId &lt;/font&gt;= result[0]&lt;/div&gt;" vertex="1">
          <mxGeometry height="80" width="751.25" x="424.38" y="2950" as="geometry" />
        </mxCell>
        <mxCell id="xgELYtRN8pwQXO-F7E_u-136" edge="1" parent="1" source="xgELYtRN8pwQXO-F7E_u-129" style="edgeStyle=orthogonalEdgeStyle;rounded=0;orthogonalLoop=1;jettySize=auto;html=1;entryX=0.5;entryY=0;entryDx=0;entryDy=0;" target="xgELYtRN8pwQXO-F7E_u-135">
          <mxGeometry relative="1" as="geometry" />
        </mxCell>
        <mxCell id="xgELYtRN8pwQXO-F7E_u-129" parent="1" style="rounded=0;whiteSpace=wrap;html=1;" value="We now have the&lt;div&gt;artist name =&lt;font style=&quot;background-color: transparent; color: rgb(0, 255, 255);&quot;&gt;inputArtist&lt;/font&gt;&lt;i style=&quot;background-color: transparent; color: light-dark(rgb(0, 0, 0), rgb(255, 255, 255));&quot;&gt;&lt;font style=&quot;color: rgb(0, 255, 255);&quot;&gt;&amp;nbsp;&lt;/font&gt;&lt;/i&gt;&lt;/div&gt;&lt;div&gt;genre_id =&amp;nbsp;&lt;span style=&quot;color: rgb(255, 51, 153); background-color: transparent;&quot;&gt;genreId&amp;nbsp;&lt;/span&gt;&lt;/div&gt;&lt;div&gt;&lt;span style=&quot;color: rgb(255, 51, 153); background-color: transparent;&quot;&gt;&lt;span style=&quot;color: rgb(255, 255, 255);&quot;&gt;Ask for more information&lt;/span&gt;&lt;/span&gt;&lt;/div&gt;" vertex="1">
          <mxGeometry height="80" width="160" x="1120" y="3110" as="geometry" />
        </mxCell>
        <mxCell id="xgELYtRN8pwQXO-F7E_u-140" edge="1" parent="1" source="xgELYtRN8pwQXO-F7E_u-135" style="edgeStyle=orthogonalEdgeStyle;rounded=0;orthogonalLoop=1;jettySize=auto;html=1;" target="xgELYtRN8pwQXO-F7E_u-139">
          <mxGeometry relative="1" as="geometry">
            <Array as="points">
              <mxPoint x="1200" y="3320" />
              <mxPoint x="1040" y="3320" />
            </Array>
          </mxGeometry>
        </mxCell>
        <mxCell id="xgELYtRN8pwQXO-F7E_u-141" connectable="0" parent="xgELYtRN8pwQXO-F7E_u-140" style="edgeLabel;html=1;align=center;verticalAlign=middle;resizable=0;points=[];" value="isActive" vertex="1">
          <mxGeometry relative="1" x="-0.8667" y="1" as="geometry">
            <mxPoint x="19" as="offset" />
          </mxGeometry>
        </mxCell>
        <mxCell id="xgELYtRN8pwQXO-F7E_u-146" edge="1" parent="1" source="xgELYtRN8pwQXO-F7E_u-135" style="edgeStyle=orthogonalEdgeStyle;rounded=0;orthogonalLoop=1;jettySize=auto;html=1;entryX=0.5;entryY=0;entryDx=0;entryDy=0;" target="xgELYtRN8pwQXO-F7E_u-145">
          <mxGeometry relative="1" as="geometry" />
        </mxCell>
        <mxCell id="xgELYtRN8pwQXO-F7E_u-150" edge="1" parent="1" source="xgELYtRN8pwQXO-F7E_u-135" style="edgeStyle=orthogonalEdgeStyle;rounded=0;orthogonalLoop=1;jettySize=auto;html=1;" target="xgELYtRN8pwQXO-F7E_u-149">
          <mxGeometry relative="1" as="geometry">
            <Array as="points">
              <mxPoint x="1200" y="3320" />
              <mxPoint x="1360" y="3320" />
            </Array>
          </mxGeometry>
        </mxCell>
        <mxCell id="xgELYtRN8pwQXO-F7E_u-135" parent="1" style="rounded=1;whiteSpace=wrap;html=1;" value="&lt;i&gt;Is &lt;/i&gt;&lt;font style=&quot;color: rgb(0, 255, 255);&quot;&gt;inputArtist&lt;/font&gt;&lt;i&gt;&lt;font style=&quot;color: rgb(0, 255, 255);&quot;&gt;&amp;nbsp;&lt;/font&gt;still active? 1 for yes 2 for no:&amp;nbsp;&lt;/i&gt;" vertex="1">
          <mxGeometry height="60" width="120" x="1140" y="3230" as="geometry" />
        </mxCell>
        <mxCell id="xgELYtRN8pwQXO-F7E_u-138" edge="1" parent="1" source="xgELYtRN8pwQXO-F7E_u-137" style="edgeStyle=orthogonalEdgeStyle;rounded=0;orthogonalLoop=1;jettySize=auto;html=1;entryX=0.25;entryY=0;entryDx=0;entryDy=0;endArrow=none;endFill=0;" target="xgELYtRN8pwQXO-F7E_u-135">
          <mxGeometry relative="1" as="geometry" />
        </mxCell>
        <mxCell id="xgELYtRN8pwQXO-F7E_u-137" parent="1" style="rounded=0;whiteSpace=wrap;html=1;" value="Use while-loop to prevent different values.&lt;div&gt;Try-except for ValueError&lt;/div&gt;" vertex="1">
          <mxGeometry height="80" width="120" x="950" y="3170" as="geometry" />
        </mxCell>
        <mxCell id="xgELYtRN8pwQXO-F7E_u-143" edge="1" parent="1" source="xgELYtRN8pwQXO-F7E_u-139" style="edgeStyle=orthogonalEdgeStyle;rounded=0;orthogonalLoop=1;jettySize=auto;html=1;entryX=0.5;entryY=0;entryDx=0;entryDy=0;" target="xgELYtRN8pwQXO-F7E_u-142">
          <mxGeometry relative="1" as="geometry" />
        </mxCell>
        <mxCell id="xgELYtRN8pwQXO-F7E_u-139" parent="1" style="ellipse;whiteSpace=wrap;html=1;" value="if isActive == 1:&lt;span style=&quot;background-color: transparent; color: light-dark(rgb(0, 0, 0), rgb(255, 255, 255));&quot;&gt;&amp;nbsp;&lt;/span&gt;" vertex="1">
          <mxGeometry height="60" width="120" x="980" y="3340" as="geometry" />
        </mxCell>
        <mxCell id="xgELYtRN8pwQXO-F7E_u-156" edge="1" parent="1" source="xgELYtRN8pwQXO-F7E_u-142" style="edgeStyle=orthogonalEdgeStyle;rounded=0;orthogonalLoop=1;jettySize=auto;html=1;entryX=0.5;entryY=0;entryDx=0;entryDy=0;" target="xgELYtRN8pwQXO-F7E_u-155">
          <mxGeometry relative="1" as="geometry" />
        </mxCell>
        <mxCell id="xgELYtRN8pwQXO-F7E_u-142" parent="1" style="rounded=1;whiteSpace=wrap;html=1;" value="&lt;i&gt;marked&amp;nbsp;&lt;/i&gt;&lt;font style=&quot;color: rgb(0, 255, 255);&quot;&gt;inputArtist&lt;/font&gt;&lt;i&gt;&lt;font style=&quot;color: rgb(0, 255, 255);&quot;&gt;&amp;nbsp;&lt;/font&gt;&lt;/i&gt;&lt;i&gt;as active&lt;/i&gt;" vertex="1">
          <mxGeometry height="60" width="120" x="980" y="3430" as="geometry" />
        </mxCell>
        <mxCell id="xgELYtRN8pwQXO-F7E_u-157" edge="1" parent="1" source="xgELYtRN8pwQXO-F7E_u-144" style="edgeStyle=orthogonalEdgeStyle;rounded=0;orthogonalLoop=1;jettySize=auto;html=1;" target="xgELYtRN8pwQXO-F7E_u-155">
          <mxGeometry relative="1" as="geometry" />
        </mxCell>
        <mxCell id="xgELYtRN8pwQXO-F7E_u-144" parent="1" style="rounded=1;whiteSpace=wrap;html=1;" value="&lt;i&gt;marked&amp;nbsp;&lt;/i&gt;&lt;font style=&quot;color: rgb(0, 255, 255);&quot;&gt;inputArtist&lt;/font&gt;&lt;i&gt;&lt;font style=&quot;color: rgb(0, 255, 255);&quot;&gt;&amp;nbsp;&lt;/font&gt;&lt;/i&gt;&lt;i&gt;as inactive&lt;/i&gt;" vertex="1">
          <mxGeometry height="60" width="120" x="1140" y="3430" as="geometry" />
        </mxCell>
        <mxCell id="xgELYtRN8pwQXO-F7E_u-148" edge="1" parent="1" source="xgELYtRN8pwQXO-F7E_u-145" style="edgeStyle=orthogonalEdgeStyle;rounded=0;orthogonalLoop=1;jettySize=auto;html=1;entryX=0.5;entryY=0;entryDx=0;entryDy=0;" target="xgELYtRN8pwQXO-F7E_u-144">
          <mxGeometry relative="1" as="geometry" />
        </mxCell>
        <mxCell id="xgELYtRN8pwQXO-F7E_u-145" parent="1" style="ellipse;whiteSpace=wrap;html=1;" value="else:&lt;div&gt;&lt;span style=&quot;white-space: pre;&quot;&gt;&#x9;&lt;/span&gt;if isActive == 2:&lt;br&gt;&lt;/div&gt;&lt;div&gt;&lt;span style=&quot;white-space: pre;&quot;&gt;&#x9;&lt;/span&gt;isActive = 0&lt;/div&gt;" vertex="1">
          <mxGeometry height="60" width="120" x="1140" y="3340" as="geometry" />
        </mxCell>
        <mxCell id="xgELYtRN8pwQXO-F7E_u-153" edge="1" parent="1" source="xgELYtRN8pwQXO-F7E_u-149" style="edgeStyle=orthogonalEdgeStyle;rounded=0;orthogonalLoop=1;jettySize=auto;html=1;" target="xgELYtRN8pwQXO-F7E_u-152">
          <mxGeometry relative="1" as="geometry" />
        </mxCell>
        <mxCell id="xgELYtRN8pwQXO-F7E_u-149" parent="1" style="ellipse;whiteSpace=wrap;html=1;" value="&lt;div&gt;else:&lt;/div&gt;" vertex="1">
          <mxGeometry height="60" width="120" x="1300" y="3340" as="geometry" />
        </mxCell>
        <mxCell id="xgELYtRN8pwQXO-F7E_u-154" edge="1" parent="1" source="xgELYtRN8pwQXO-F7E_u-152" style="edgeStyle=orthogonalEdgeStyle;rounded=0;orthogonalLoop=1;jettySize=auto;html=1;entryX=0.75;entryY=0;entryDx=0;entryDy=0;" target="xgELYtRN8pwQXO-F7E_u-135">
          <mxGeometry relative="1" as="geometry">
            <Array as="points">
              <mxPoint x="1470" y="3460" />
              <mxPoint x="1470" y="3210" />
              <mxPoint x="1230" y="3210" />
            </Array>
          </mxGeometry>
        </mxCell>
        <mxCell id="xgELYtRN8pwQXO-F7E_u-152" parent="1" style="rounded=1;whiteSpace=wrap;html=1;" value="Invalid input. Please enter again" vertex="1">
          <mxGeometry height="60" width="120" x="1300" y="3430" as="geometry" />
        </mxCell>
        <mxCell id="xgELYtRN8pwQXO-F7E_u-210" edge="1" parent="1" source="xgELYtRN8pwQXO-F7E_u-155" style="edgeStyle=orthogonalEdgeStyle;rounded=0;orthogonalLoop=1;jettySize=auto;html=1;entryX=0.5;entryY=0;entryDx=0;entryDy=0;" target="xgELYtRN8pwQXO-F7E_u-209">
          <mxGeometry relative="1" as="geometry" />
        </mxCell>
        <mxCell id="xgELYtRN8pwQXO-F7E_u-155" parent="1" style="rounded=0;whiteSpace=wrap;html=1;" value="We now have the&lt;div&gt;artist name =&lt;font style=&quot;background-color: transparent; color: rgb(0, 255, 255);&quot;&gt;inputArtist&lt;/font&gt;&lt;i style=&quot;background-color: transparent; color: light-dark(rgb(0, 0, 0), rgb(255, 255, 255));&quot;&gt;&lt;font style=&quot;color: rgb(0, 255, 255);&quot;&gt;&amp;nbsp;&lt;/font&gt;&lt;/i&gt;&lt;/div&gt;&lt;div&gt;genre_id =&amp;nbsp;&lt;span style=&quot;color: rgb(255, 51, 153); background-color: transparent;&quot;&gt;genreId&amp;nbsp;&lt;/span&gt;&lt;/div&gt;&lt;div&gt;active = isActive&lt;/div&gt;&lt;div&gt;&lt;span style=&quot;color: rgb(255, 51, 153); background-color: transparent;&quot;&gt;&lt;span style=&quot;color: rgb(255, 255, 255);&quot;&gt;Move onto blob data&lt;/span&gt;&lt;/span&gt;&lt;/div&gt;" vertex="1">
          <mxGeometry height="100" width="170" x="1040" y="3560" as="geometry" />
        </mxCell>
        <mxCell id="xgELYtRN8pwQXO-F7E_u-221" edge="1" parent="1" source="xgELYtRN8pwQXO-F7E_u-160" style="edgeStyle=orthogonalEdgeStyle;rounded=0;orthogonalLoop=1;jettySize=auto;html=1;entryX=0.25;entryY=0;entryDx=0;entryDy=0;endArrow=none;endFill=0;" target="xgELYtRN8pwQXO-F7E_u-219">
          <mxGeometry relative="1" as="geometry">
            <Array as="points">
              <mxPoint x="1095" y="3890" />
            </Array>
          </mxGeometry>
        </mxCell>
        <mxCell id="xgELYtRN8pwQXO-F7E_u-160" parent="1" style="rounded=0;whiteSpace=wrap;html=1;" value="Use while-loop to prevent different values.&lt;div&gt;Try-except for ValueError&lt;/div&gt;" vertex="1">
          <mxGeometry height="80" width="120" x="890" y="3850" as="geometry" />
        </mxCell>
        <mxCell id="xgELYtRN8pwQXO-F7E_u-162" parent="1" style="ellipse;whiteSpace=wrap;html=1;" value="if isCityKnown == 1:" vertex="1">
          <mxGeometry height="60" width="120" x="920" y="4040" as="geometry" />
        </mxCell>
        <mxCell id="xgELYtRN8pwQXO-F7E_u-238" edge="1" parent="1" source="xgELYtRN8pwQXO-F7E_u-164" style="edgeStyle=orthogonalEdgeStyle;rounded=0;orthogonalLoop=1;jettySize=auto;html=1;entryX=0.5;entryY=0;entryDx=0;entryDy=0;" target="xgELYtRN8pwQXO-F7E_u-237">
          <mxGeometry relative="1" as="geometry">
            <Array as="points">
              <mxPoint x="1125" y="4420" />
              <mxPoint x="1180" y="4420" />
            </Array>
          </mxGeometry>
        </mxCell>
        <mxCell id="xgELYtRN8pwQXO-F7E_u-164" parent="1" style="ellipse;whiteSpace=wrap;html=1;" value="else:&lt;div&gt;&lt;span style=&quot;white-space: pre;&quot;&gt;&#x9;&lt;/span&gt;if isCityKnown == 2:&lt;/div&gt;" vertex="1">
          <mxGeometry height="60" width="135" x="1057.5" y="4040" as="geometry" />
        </mxCell>
        <mxCell id="xgELYtRN8pwQXO-F7E_u-228" edge="1" parent="1" source="xgELYtRN8pwQXO-F7E_u-166" style="edgeStyle=orthogonalEdgeStyle;rounded=0;orthogonalLoop=1;jettySize=auto;html=1;" target="xgELYtRN8pwQXO-F7E_u-227">
          <mxGeometry relative="1" as="geometry" />
        </mxCell>
        <mxCell id="xgELYtRN8pwQXO-F7E_u-166" parent="1" style="ellipse;whiteSpace=wrap;html=1;" value="else:" vertex="1">
          <mxGeometry height="60" width="120" x="1210" y="4040" as="geometry" />
        </mxCell>
        <mxCell id="xgELYtRN8pwQXO-F7E_u-175" edge="1" parent="1" source="xgELYtRN8pwQXO-F7E_u-172" style="edgeStyle=orthogonalEdgeStyle;rounded=0;orthogonalLoop=1;jettySize=auto;html=1;entryX=0.5;entryY=0;entryDx=0;entryDy=0;">
          <mxGeometry relative="1" as="geometry">
            <mxPoint x="980" y="4240" as="targetPoint" />
          </mxGeometry>
        </mxCell>
        <mxCell id="xgELYtRN8pwQXO-F7E_u-176" connectable="0" parent="xgELYtRN8pwQXO-F7E_u-175" style="edgeLabel;html=1;align=center;verticalAlign=middle;resizable=0;points=[];" value="&lt;font style=&quot;color: rgb(255, 181, 112);&quot;&gt;detailsData[&lt;/font&gt;&lt;font style=&quot;color: rgb(255, 255, 255);&quot;&gt;&#39;city&#39;&lt;/font&gt;&lt;font style=&quot;color: rgb(255, 181, 112);&quot;&gt;]&lt;/font&gt;" vertex="1">
          <mxGeometry relative="1" x="-0.1389" as="geometry">
            <mxPoint as="offset" />
          </mxGeometry>
        </mxCell>
        <mxCell id="xgELYtRN8pwQXO-F7E_u-172" parent="1" style="rounded=1;whiteSpace=wrap;html=1;" value="&lt;i&gt;What city are they from?&lt;/i&gt;" vertex="1">
          <mxGeometry height="60" width="120" x="920" y="4130" as="geometry" />
        </mxCell>
        <mxCell id="xgELYtRN8pwQXO-F7E_u-180" edge="1" parent="1" source="xgELYtRN8pwQXO-F7E_u-178" style="edgeStyle=orthogonalEdgeStyle;rounded=0;orthogonalLoop=1;jettySize=auto;html=1;entryX=0.5;entryY=0;entryDx=0;entryDy=0;" target="xgELYtRN8pwQXO-F7E_u-179">
          <mxGeometry relative="1" as="geometry" />
        </mxCell>
        <mxCell id="xgELYtRN8pwQXO-F7E_u-181" connectable="0" parent="xgELYtRN8pwQXO-F7E_u-180" style="edgeLabel;html=1;align=center;verticalAlign=middle;resizable=0;points=[];" value="&lt;font style=&quot;color: rgb(255, 181, 112);&quot;&gt;detailsData[&lt;/font&gt;&lt;font style=&quot;color: rgb(255, 255, 255);&quot;&gt;&#39;country&#39;&lt;/font&gt;&lt;font style=&quot;color: rgb(255, 181, 112);&quot;&gt;]&lt;/font&gt;" vertex="1">
          <mxGeometry relative="1" x="-0.3333" y="1" as="geometry">
            <mxPoint as="offset" />
          </mxGeometry>
        </mxCell>
        <mxCell id="xgELYtRN8pwQXO-F7E_u-178" parent="1" style="rounded=1;whiteSpace=wrap;html=1;" value="&lt;i&gt;What country is that city in?&lt;/i&gt;" vertex="1">
          <mxGeometry height="60" width="120" x="920" y="4240" as="geometry" />
        </mxCell>
        <mxCell id="xgELYtRN8pwQXO-F7E_u-184" edge="1" parent="1" source="xgELYtRN8pwQXO-F7E_u-179" style="edgeStyle=orthogonalEdgeStyle;rounded=0;orthogonalLoop=1;jettySize=auto;html=1;entryX=0.5;entryY=0;entryDx=0;entryDy=0;">
          <mxGeometry relative="1" as="geometry">
            <mxPoint x="980" y="4470" as="targetPoint" />
          </mxGeometry>
        </mxCell>
        <mxCell id="xgELYtRN8pwQXO-F7E_u-185" connectable="0" parent="xgELYtRN8pwQXO-F7E_u-184" style="edgeLabel;html=1;align=center;verticalAlign=middle;resizable=0;points=[];" value="&lt;font style=&quot;color: rgb(255, 181, 112);&quot;&gt;detailsData[&lt;/font&gt;&lt;font style=&quot;color: rgb(255, 255, 255);&quot;&gt;&#39;continent&#39;&lt;/font&gt;&lt;font style=&quot;color: rgb(255, 181, 112);&quot;&gt;]&lt;/font&gt;" vertex="1">
          <mxGeometry relative="1" x="-0.2222" as="geometry">
            <mxPoint as="offset" />
          </mxGeometry>
        </mxCell>
        <mxCell id="xgELYtRN8pwQXO-F7E_u-179" parent="1" style="rounded=1;whiteSpace=wrap;html=1;" value="&lt;i&gt;What continent is that country on?&lt;/i&gt;" vertex="1">
          <mxGeometry height="60" width="120" x="920" y="4350" as="geometry" />
        </mxCell>
        <mxCell id="xgELYtRN8pwQXO-F7E_u-244" edge="1" parent="1" source="xgELYtRN8pwQXO-F7E_u-186" style="edgeStyle=orthogonalEdgeStyle;rounded=0;orthogonalLoop=1;jettySize=auto;html=1;" target="xgELYtRN8pwQXO-F7E_u-230">
          <mxGeometry relative="1" as="geometry" />
        </mxCell>
        <mxCell id="xgELYtRN8pwQXO-F7E_u-186" parent="1" style="rounded=0;whiteSpace=wrap;html=1;" value="Now &lt;font style=&quot;color: rgb(255, 181, 112);&quot;&gt;detailsData &lt;/font&gt;is a dictionary that looks like this:&lt;div&gt;{&#39;city&#39;: inputCity, &#39;country&#39;: inputCountry, &#39;continent&#39;: inputContinent}&lt;/div&gt;" vertex="1">
          <mxGeometry height="70" width="210" x="880" y="4470" as="geometry" />
        </mxCell>
        <mxCell id="xgELYtRN8pwQXO-F7E_u-187" parent="1" style="ellipse;whiteSpace=wrap;html=1;" value="artistDetails =&amp;nbsp;" vertex="1">
-           <mxGeometry height="70" width="405" x="1300" y="4410" as="geometry" />
+           <mxGeometry height="70" width="405" x="1430" y="4950" as="geometry" />
        </mxCell>
        <mxCell id="xgELYtRN8pwQXO-F7E_u-207" edge="1" parent="1" style="edgeStyle=orthogonalEdgeStyle;rounded=0;orthogonalLoop=1;jettySize=auto;html=1;entryX=0.5;entryY=0;entryDx=0;entryDy=0;" target="xgELYtRN8pwQXO-F7E_u-172">
          <mxGeometry relative="1" as="geometry">
            <mxPoint x="980" y="4100" as="sourcePoint" />
          </mxGeometry>
        </mxCell>
        <mxCell id="xgELYtRN8pwQXO-F7E_u-220" edge="1" parent="1" source="xgELYtRN8pwQXO-F7E_u-208" style="edgeStyle=orthogonalEdgeStyle;rounded=0;orthogonalLoop=1;jettySize=auto;html=1;entryX=0.5;entryY=0;entryDx=0;entryDy=0;" target="xgELYtRN8pwQXO-F7E_u-219">
          <mxGeometry relative="1" as="geometry" />
        </mxCell>
        <mxCell id="xgELYtRN8pwQXO-F7E_u-208" parent="1" style="ellipse;whiteSpace=wrap;html=1;" value="&lt;font style=&quot;color: rgb(255, 181, 112);&quot;&gt;detailsData &lt;/font&gt;= {}" vertex="1">
          <mxGeometry height="60" width="120" x="1065" y="3820" as="geometry" />
        </mxCell>
        <mxCell id="xgELYtRN8pwQXO-F7E_u-212" edge="1" parent="1" source="xgELYtRN8pwQXO-F7E_u-209" style="edgeStyle=orthogonalEdgeStyle;rounded=0;orthogonalLoop=1;jettySize=auto;html=1;" target="xgELYtRN8pwQXO-F7E_u-208">
          <mxGeometry relative="1" as="geometry" />
        </mxCell>
        <mxCell id="xgELYtRN8pwQXO-F7E_u-209" parent="1" style="rounded=0;whiteSpace=wrap;html=1;" value="Create an empty dictionary called &lt;font style=&quot;color: rgb(255, 181, 112);&quot;&gt;detailsData&lt;/font&gt;. User&#39;s input for &lt;i&gt;location &lt;/i&gt;and &lt;i&gt;aka &lt;/i&gt;will be added to keys of that dictionary.&amp;nbsp;&lt;span style=&quot;color: rgb(255, 181, 112);&quot;&gt;detailsData&amp;nbsp;&lt;/span&gt;will then be inserted as json blob into the &lt;b&gt;details&lt;/b&gt;&amp;nbsp;column" vertex="1">
          <mxGeometry height="100" width="212.5" x="1018.75" y="3690" as="geometry" />
        </mxCell>
        <mxCell id="xgELYtRN8pwQXO-F7E_u-222" edge="1" parent="1" source="xgELYtRN8pwQXO-F7E_u-219" style="edgeStyle=orthogonalEdgeStyle;rounded=0;orthogonalLoop=1;jettySize=auto;html=1;entryX=0.5;entryY=0;entryDx=0;entryDy=0;" target="xgELYtRN8pwQXO-F7E_u-166">
          <mxGeometry relative="1" as="geometry">
            <Array as="points">
              <mxPoint x="1125" y="4010" />
              <mxPoint x="1270" y="4010" />
            </Array>
          </mxGeometry>
        </mxCell>
        <mxCell id="xgELYtRN8pwQXO-F7E_u-223" edge="1" parent="1" source="xgELYtRN8pwQXO-F7E_u-219" style="edgeStyle=orthogonalEdgeStyle;rounded=0;orthogonalLoop=1;jettySize=auto;html=1;" target="xgELYtRN8pwQXO-F7E_u-164">
          <mxGeometry relative="1" as="geometry">
            <Array as="points">
              <mxPoint x="1125" y="4000" />
              <mxPoint x="1125" y="4000" />
            </Array>
          </mxGeometry>
        </mxCell>
        <mxCell id="xgELYtRN8pwQXO-F7E_u-225" edge="1" parent="1" source="xgELYtRN8pwQXO-F7E_u-219" style="edgeStyle=orthogonalEdgeStyle;rounded=0;orthogonalLoop=1;jettySize=auto;html=1;" target="xgELYtRN8pwQXO-F7E_u-162">
          <mxGeometry relative="1" as="geometry">
            <Array as="points">
              <mxPoint x="1125" y="4010" />
              <mxPoint x="980" y="4010" />
            </Array>
          </mxGeometry>
        </mxCell>
        <mxCell id="xgELYtRN8pwQXO-F7E_u-226" connectable="0" parent="xgELYtRN8pwQXO-F7E_u-225" style="edgeLabel;html=1;align=center;verticalAlign=middle;resizable=0;points=[];" value="isCityKnown" vertex="1">
          <mxGeometry relative="1" x="-0.8419" as="geometry">
            <mxPoint as="offset" />
          </mxGeometry>
        </mxCell>
        <mxCell id="xgELYtRN8pwQXO-F7E_u-219" parent="1" style="rounded=1;whiteSpace=wrap;html=1;" value="&lt;i&gt;Is&amp;nbsp;&lt;/i&gt;&lt;font style=&quot;background-color: transparent; color: rgb(0, 255, 255);&quot;&gt;inputArtist&lt;/font&gt;&lt;i&gt;&#39;s city known? 1 for yes 2 for no:&amp;nbsp;&lt;/i&gt;" vertex="1">
          <mxGeometry height="60" width="120" x="1065" y="3910" as="geometry" />
        </mxCell>
        <mxCell id="xgELYtRN8pwQXO-F7E_u-229" edge="1" parent="1" source="xgELYtRN8pwQXO-F7E_u-227" style="edgeStyle=orthogonalEdgeStyle;rounded=0;orthogonalLoop=1;jettySize=auto;html=1;entryX=0.75;entryY=0;entryDx=0;entryDy=0;" target="xgELYtRN8pwQXO-F7E_u-219">
          <mxGeometry relative="1" as="geometry">
            <Array as="points">
              <mxPoint x="1400" y="4160" />
              <mxPoint x="1400" y="3890" />
              <mxPoint x="1155" y="3890" />
            </Array>
          </mxGeometry>
        </mxCell>
        <mxCell id="xgELYtRN8pwQXO-F7E_u-227" parent="1" style="rounded=1;whiteSpace=wrap;html=1;" value="Invalid input. Please enter again" vertex="1">
          <mxGeometry height="60" width="120" x="1210" y="4130" as="geometry" />
        </mxCell>
        <mxCell id="xgELYtRN8pwQXO-F7E_u-249" edge="1" parent="1" source="xgELYtRN8pwQXO-F7E_u-230" style="edgeStyle=orthogonalEdgeStyle;rounded=0;orthogonalLoop=1;jettySize=auto;html=1;" target="xgELYtRN8pwQXO-F7E_u-247">
          <mxGeometry relative="1" as="geometry">
            <Array as="points">
              <mxPoint x="1125" y="4730" />
              <mxPoint x="990" y="4730" />
            </Array>
          </mxGeometry>
        </mxCell>
        <mxCell id="xgELYtRN8pwQXO-F7E_u-250" edge="1" parent="1" source="xgELYtRN8pwQXO-F7E_u-230" style="edgeStyle=orthogonalEdgeStyle;rounded=0;orthogonalLoop=1;jettySize=auto;html=1;entryX=0.5;entryY=0;entryDx=0;entryDy=0;" target="xgELYtRN8pwQXO-F7E_u-248">
          <mxGeometry relative="1" as="geometry" />
        </mxCell>
        <mxCell id="xgELYtRN8pwQXO-F7E_u-252" edge="1" parent="1" source="xgELYtRN8pwQXO-F7E_u-230" style="edgeStyle=orthogonalEdgeStyle;rounded=0;orthogonalLoop=1;jettySize=auto;html=1;" target="xgELYtRN8pwQXO-F7E_u-251">
          <mxGeometry relative="1" as="geometry">
            <Array as="points">
              <mxPoint x="1125" y="4730" />
              <mxPoint x="1260" y="4730" />
            </Array>
          </mxGeometry>
        </mxCell>
        <mxCell id="xgELYtRN8pwQXO-F7E_u-230" parent="1" style="rounded=1;whiteSpace=wrap;html=1;" value="&lt;i&gt;Does your artist go by any other names? 1 for yes 2 for no:&amp;nbsp;&lt;/i&gt;" vertex="1">
          <mxGeometry height="60" width="120" x="1065" y="4640" as="geometry" />
        </mxCell>
        <mxCell id="xgELYtRN8pwQXO-F7E_u-243" edge="1" parent="1" source="xgELYtRN8pwQXO-F7E_u-237" style="edgeStyle=orthogonalEdgeStyle;rounded=0;orthogonalLoop=1;jettySize=auto;html=1;" target="xgELYtRN8pwQXO-F7E_u-230">
          <mxGeometry relative="1" as="geometry">
            <Array as="points">
              <mxPoint x="1180" y="4590" />
              <mxPoint x="1125" y="4590" />
            </Array>
          </mxGeometry>
        </mxCell>
        <mxCell id="xgELYtRN8pwQXO-F7E_u-237" parent="1" style="rounded=0;whiteSpace=wrap;html=1;" value="&lt;span style=&quot;color: rgb(255, 181, 112);&quot;&gt;detailsData&amp;nbsp;&lt;/span&gt;stays empty:&lt;div&gt;{}&lt;/div&gt;" vertex="1">
          <mxGeometry height="60" width="120" x="1120" y="4470" as="geometry" />
        </mxCell>
        <mxCell id="xgELYtRN8pwQXO-F7E_u-246" edge="1" parent="1" source="xgELYtRN8pwQXO-F7E_u-245" style="edgeStyle=orthogonalEdgeStyle;rounded=0;orthogonalLoop=1;jettySize=auto;html=1;entryX=0.25;entryY=0;entryDx=0;entryDy=0;endArrow=none;endFill=0;" target="xgELYtRN8pwQXO-F7E_u-230">
          <mxGeometry relative="1" as="geometry" />
        </mxCell>
        <mxCell id="xgELYtRN8pwQXO-F7E_u-245" parent="1" style="rounded=0;whiteSpace=wrap;html=1;" value="Use while-loop to prevent different values.&lt;div&gt;Try-except for ValueError&lt;/div&gt;" vertex="1">
          <mxGeometry height="80" width="120" x="840" y="4580" as="geometry" />
        </mxCell>
+         <mxCell id="VBEOhlTsfUxGTW4yFh_g-12" edge="1" parent="1" source="xgELYtRN8pwQXO-F7E_u-247" style="edgeStyle=orthogonalEdgeStyle;rounded=0;orthogonalLoop=1;jettySize=auto;html=1;" target="VBEOhlTsfUxGTW4yFh_g-11">
+           <mxGeometry relative="1" as="geometry" />
+         </mxCell>
+         <mxCell id="VBEOhlTsfUxGTW4yFh_g-16" connectable="0" parent="VBEOhlTsfUxGTW4yFh_g-12" style="edgeLabel;html=1;align=center;verticalAlign=middle;resizable=0;points=[];" value="&lt;font style=&quot;color: rgb(255, 229, 153);&quot;&gt;akaList &lt;/font&gt;= []&lt;div&gt;&lt;font style=&quot;color: rgb(255, 229, 153);&quot;&gt;akaLoopLock &lt;/font&gt;= 0&lt;/div&gt;&lt;div&gt;&lt;font style=&quot;color: rgb(255, 229, 153);&quot;&gt;akaCounter &lt;/font&gt;= 1&lt;/div&gt;" vertex="1">
+           <mxGeometry relative="1" x="-0.15" as="geometry">
+             <mxPoint as="offset" />
+           </mxGeometry>
+         </mxCell>
        <mxCell id="xgELYtRN8pwQXO-F7E_u-247" parent="1" style="ellipse;whiteSpace=wrap;html=1;" value="if hasAka == 1:" vertex="1">
          <mxGeometry height="60" width="120" x="930" y="4760" as="geometry" />
        </mxCell>
        <mxCell id="xgELYtRN8pwQXO-F7E_u-248" parent="1" style="ellipse;whiteSpace=wrap;html=1;" value="else:&lt;div&gt;&lt;span style=&quot;white-space: pre;&quot;&gt;&#x9;&lt;/span&gt;if hasAka == 2:&lt;br&gt;&lt;/div&gt;" vertex="1">
          <mxGeometry height="60" width="120" x="1065" y="4760" as="geometry" />
        </mxCell>
        <mxCell id="xgELYtRN8pwQXO-F7E_u-254" edge="1" parent="1" source="xgELYtRN8pwQXO-F7E_u-251" style="edgeStyle=orthogonalEdgeStyle;rounded=0;orthogonalLoop=1;jettySize=auto;html=1;entryX=0.5;entryY=0;entryDx=0;entryDy=0;" target="xgELYtRN8pwQXO-F7E_u-253">
          <mxGeometry relative="1" as="geometry" />
        </mxCell>
        <mxCell id="xgELYtRN8pwQXO-F7E_u-251" parent="1" style="ellipse;whiteSpace=wrap;html=1;" value="&lt;div&gt;else:&lt;/div&gt;" vertex="1">
          <mxGeometry height="60" width="120" x="1200" y="4760" as="geometry" />
        </mxCell>
        <mxCell id="xgELYtRN8pwQXO-F7E_u-255" edge="1" parent="1" source="xgELYtRN8pwQXO-F7E_u-253" style="edgeStyle=orthogonalEdgeStyle;rounded=0;orthogonalLoop=1;jettySize=auto;html=1;entryX=0.75;entryY=0;entryDx=0;entryDy=0;" target="xgELYtRN8pwQXO-F7E_u-230">
          <mxGeometry relative="1" as="geometry">
            <Array as="points">
              <mxPoint x="1410" y="4880" />
              <mxPoint x="1410" y="4620" />
              <mxPoint x="1155" y="4620" />
            </Array>
          </mxGeometry>
        </mxCell>
        <mxCell id="xgELYtRN8pwQXO-F7E_u-253" parent="1" style="rounded=1;whiteSpace=wrap;html=1;" value="Invalid input. Please enter again" vertex="1">
          <mxGeometry height="60" width="120" x="1200" y="4850" as="geometry" />
+         </mxCell>
+         <mxCell id="VBEOhlTsfUxGTW4yFh_g-9" edge="1" parent="1" source="VBEOhlTsfUxGTW4yFh_g-1" style="edgeStyle=orthogonalEdgeStyle;rounded=0;orthogonalLoop=1;jettySize=auto;html=1;" target="VBEOhlTsfUxGTW4yFh_g-7">
+           <mxGeometry relative="1" as="geometry" />
+         </mxCell>
+         <mxCell id="VBEOhlTsfUxGTW4yFh_g-10" connectable="0" parent="VBEOhlTsfUxGTW4yFh_g-9" style="edgeLabel;html=1;align=center;verticalAlign=middle;resizable=0;points=[];" value="&lt;span style=&quot;color: rgb(255, 229, 153); font-size: 12px; text-wrap-mode: wrap; background-color: rgb(27, 29, 30);&quot;&gt;akaInput&lt;/span&gt;" vertex="1">
+           <mxGeometry relative="1" x="-0.175" as="geometry">
+             <mxPoint as="offset" />
+           </mxGeometry>
+         </mxCell>
+         <mxCell id="VBEOhlTsfUxGTW4yFh_g-1" parent="1" style="rounded=1;whiteSpace=wrap;html=1;" value="&lt;i&gt;Enter alternate name #&lt;/i&gt;&lt;font style=&quot;color: rgb(255, 229, 153);&quot;&gt;akaCounter&lt;/font&gt;&lt;i&gt;:&amp;nbsp;&lt;/i&gt;" vertex="1">
+           <mxGeometry height="60" width="120" x="930" y="5030" as="geometry" />
+         </mxCell>
+         <mxCell id="VBEOhlTsfUxGTW4yFh_g-18" edge="1" parent="1" source="VBEOhlTsfUxGTW4yFh_g-4" style="edgeStyle=orthogonalEdgeStyle;rounded=0;orthogonalLoop=1;jettySize=auto;html=1;entryX=0.5;entryY=0;entryDx=0;entryDy=0;" target="VBEOhlTsfUxGTW4yFh_g-17">
+           <mxGeometry relative="1" as="geometry" />
+         </mxCell>
+         <mxCell id="VBEOhlTsfUxGTW4yFh_g-4" parent="1" style="ellipse;whiteSpace=wrap;html=1;" value="&lt;font style=&quot;color: rgb(255, 229, 153);&quot;&gt;akaList&lt;/font&gt;.append(&lt;font style=&quot;color: rgb(255, 229, 153);&quot;&gt;akaInput&lt;/font&gt;)" vertex="1">
+           <mxGeometry height="60" width="160" x="910" y="5230" as="geometry" />
+         </mxCell>
+         <mxCell id="VBEOhlTsfUxGTW4yFh_g-8" edge="1" parent="1" source="VBEOhlTsfUxGTW4yFh_g-7" style="edgeStyle=orthogonalEdgeStyle;rounded=0;orthogonalLoop=1;jettySize=auto;html=1;" target="VBEOhlTsfUxGTW4yFh_g-4">
+           <mxGeometry relative="1" as="geometry" />
+         </mxCell>
+         <mxCell id="VBEOhlTsfUxGTW4yFh_g-7" parent="1" style="rounded=0;whiteSpace=wrap;html=1;" value="We will take&amp;nbsp;&lt;span style=&quot;color: rgb(255, 229, 153);&quot;&gt;akaInput&amp;nbsp;&lt;/span&gt;and &lt;b&gt;append&lt;/b&gt;&amp;nbsp;it to&amp;nbsp;&lt;span style=&quot;color: rgb(255, 229, 153);&quot;&gt;akaList&lt;/span&gt;." vertex="1">
+           <mxGeometry height="60" width="120" x="930" y="5140" as="geometry" />
+         </mxCell>
+         <mxCell id="VBEOhlTsfUxGTW4yFh_g-13" edge="1" parent="1" source="VBEOhlTsfUxGTW4yFh_g-11" style="edgeStyle=orthogonalEdgeStyle;rounded=0;orthogonalLoop=1;jettySize=auto;html=1;entryX=0.5;entryY=0;entryDx=0;entryDy=0;" target="VBEOhlTsfUxGTW4yFh_g-1">
+           <mxGeometry relative="1" as="geometry" />
+         </mxCell>
+         <mxCell id="VBEOhlTsfUxGTW4yFh_g-11" parent="1" style="rounded=0;whiteSpace=wrap;html=1;" value="Ask user to enter alternate names one-by-one. Those names will be added to the list&amp;nbsp;&lt;span style=&quot;color: rgb(255, 229, 153);&quot;&gt;akaList&lt;/span&gt;. After the list is finished, add&amp;nbsp;&lt;span style=&quot;color: rgb(255, 229, 153);&quot;&gt;akaList&amp;nbsp;&lt;/span&gt;to a key &#39;aka&#39; in the dictionary &lt;font style=&quot;color: rgb(255, 181, 112);&quot;&gt;detailsData&lt;/font&gt;." vertex="1">
+           <mxGeometry height="90" width="200" x="890" y="4910" as="geometry" />
+         </mxCell>
+         <mxCell id="VBEOhlTsfUxGTW4yFh_g-17" parent="1" style="rounded=1;whiteSpace=wrap;html=1;" value="&lt;i&gt;Would you like to add another? 1 for yes 2 for no:&amp;nbsp;&lt;/i&gt;" vertex="1">
+           <mxGeometry height="60" width="120" x="930" y="5350" as="geometry" />
        </mxCell>
      </root>
    </mxGraphModel>
  </diagram>
</mxfile>
